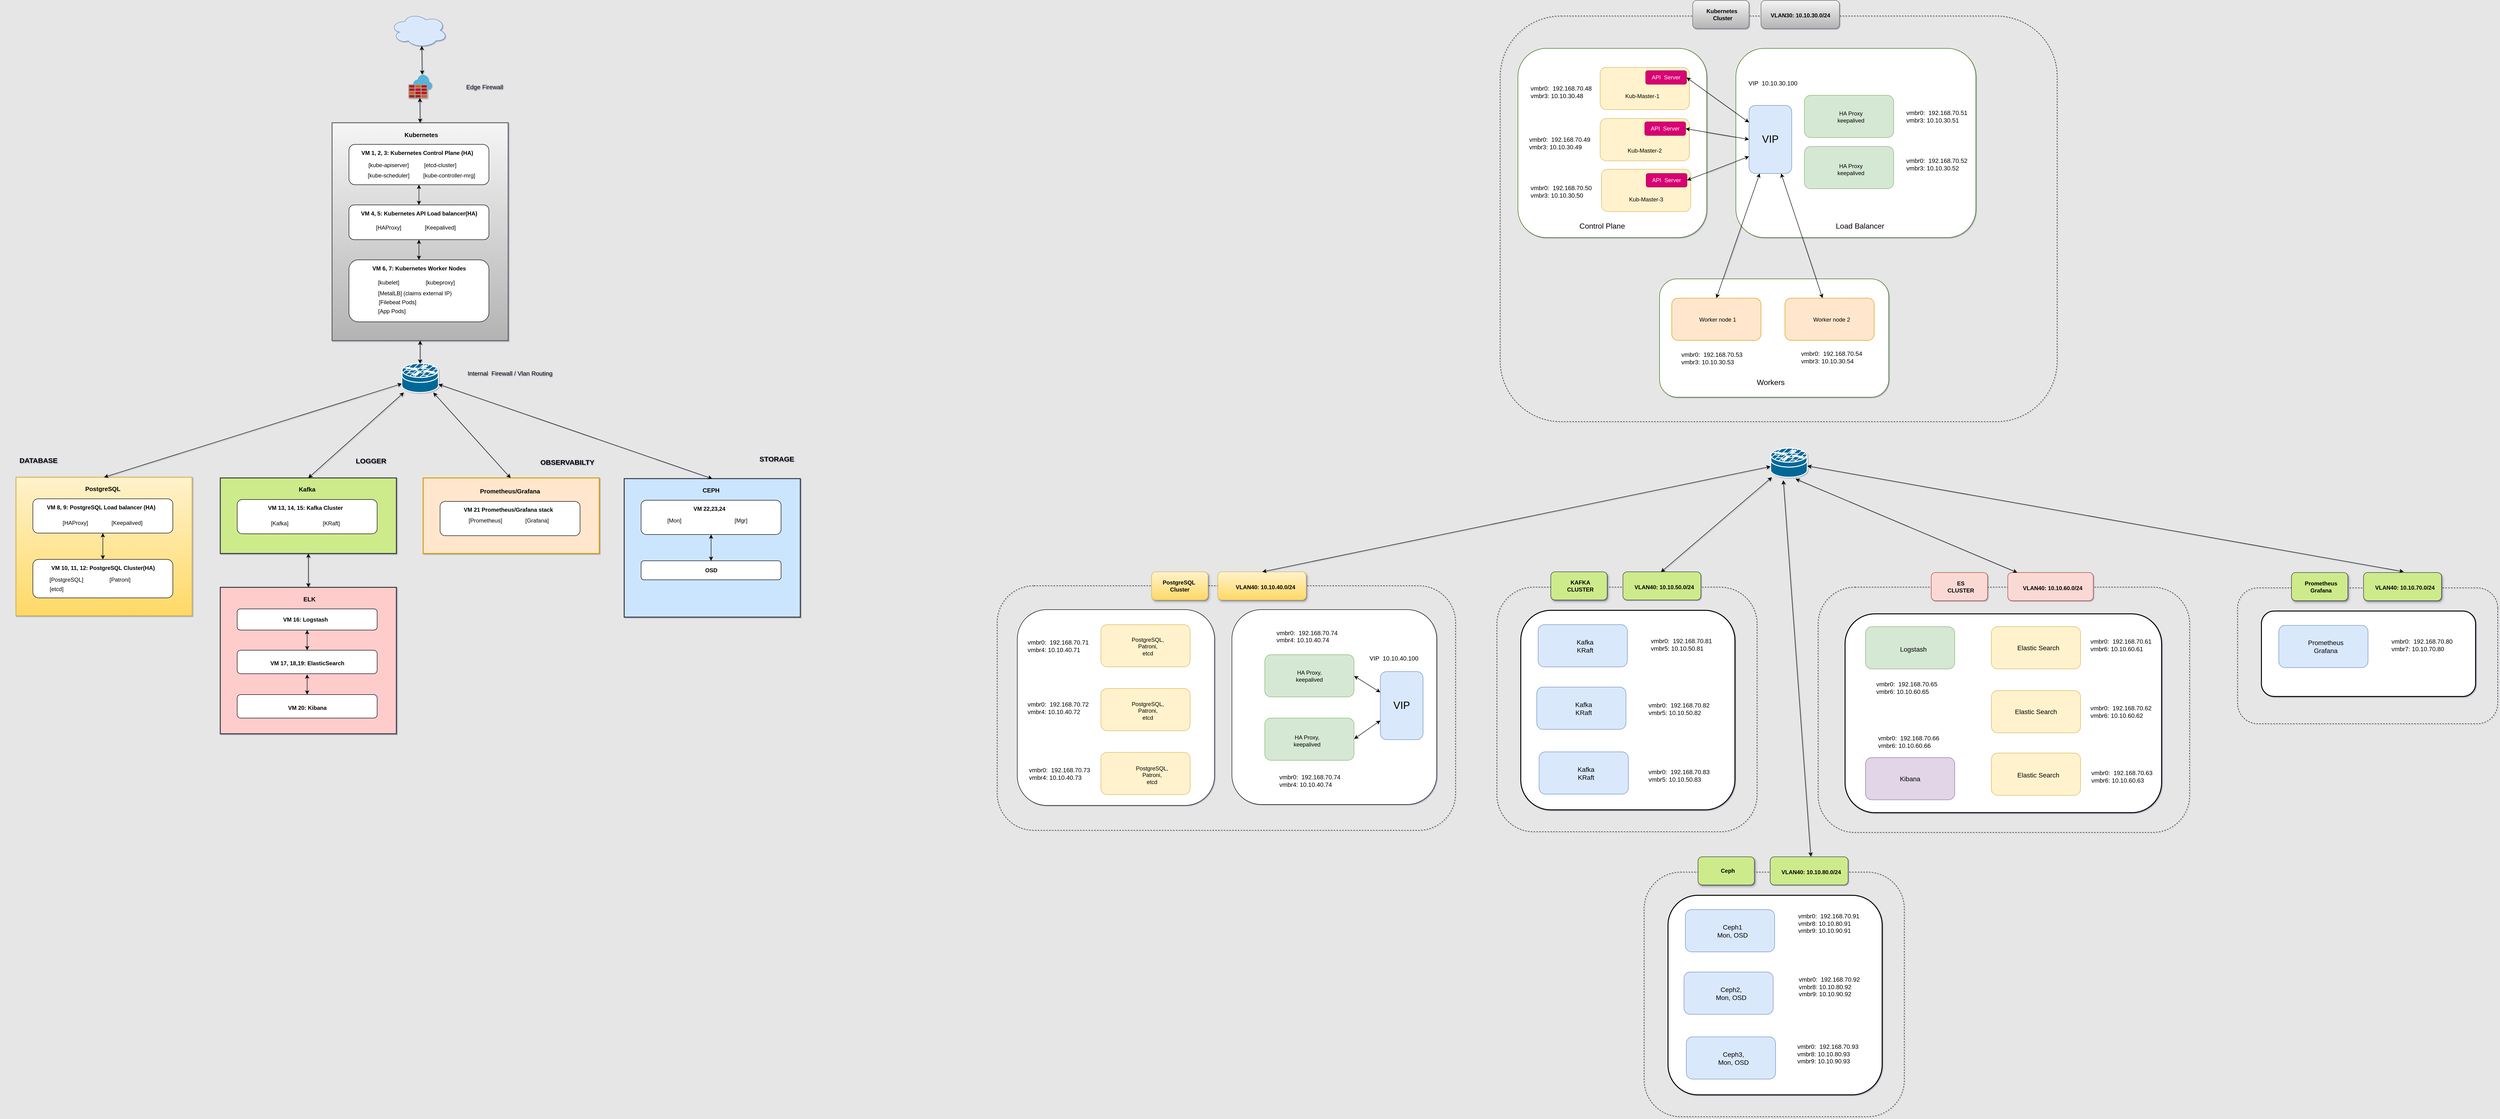
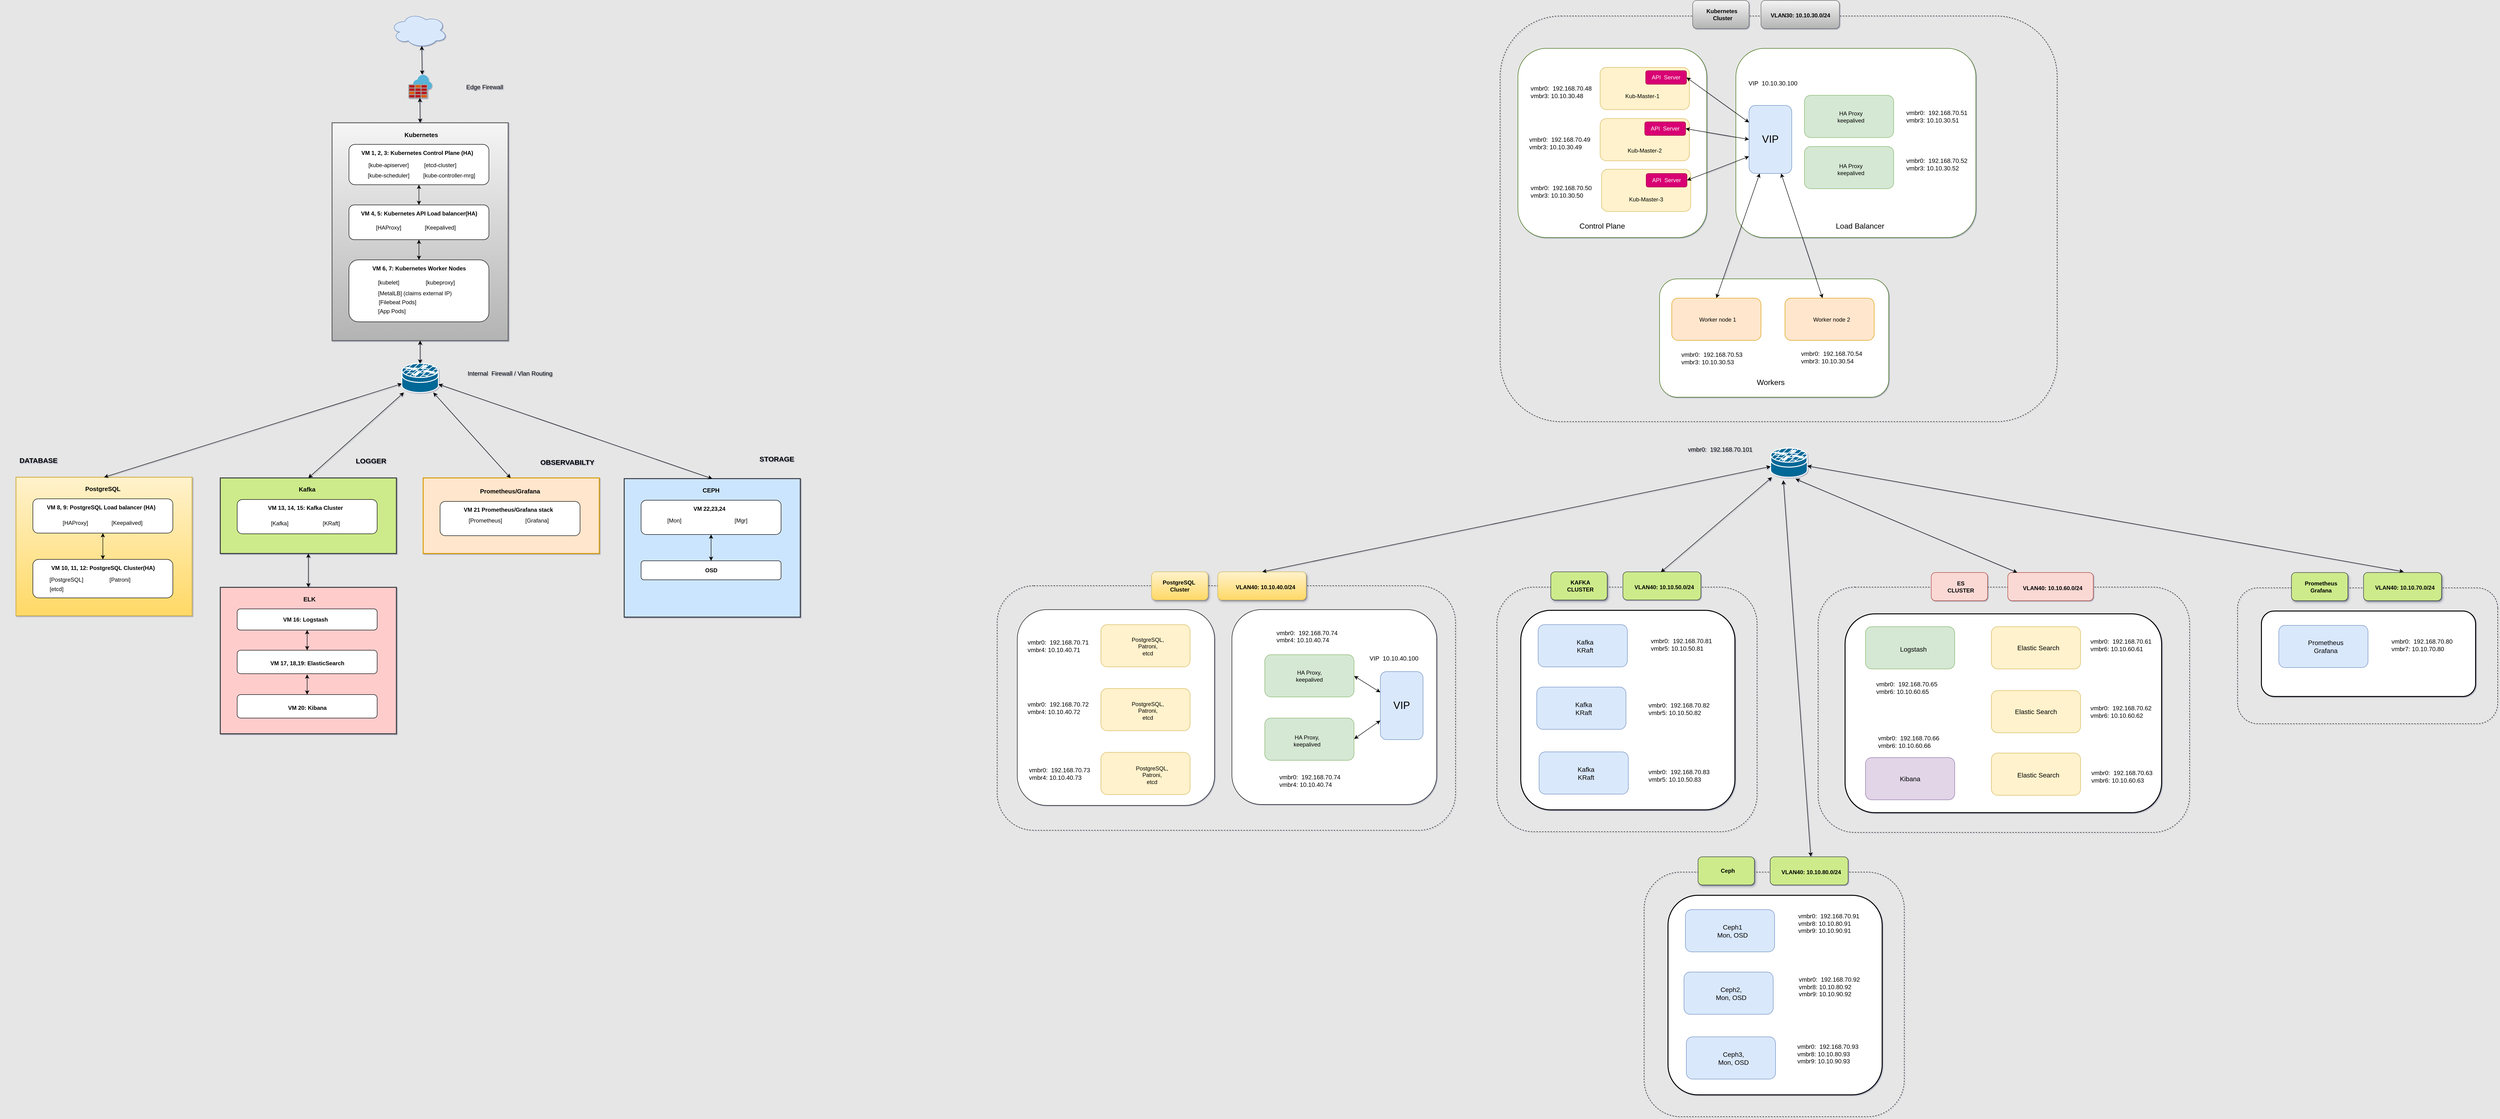
<mxfile host="app.diagrams.net">
  <diagram name="Page-1" id="A5w-lTScNQMh_YW98whM">
-     <mxGraphModel dx="2020" dy="1507" grid="0" gridSize="10" guides="1" tooltips="1" connect="0" arrows="1" fold="1" page="0" pageScale="1" pageWidth="2339" pageHeight="3300" background="#E6E6E6" math="0" shadow="1">
+     <mxGraphModel dx="4040" dy="2614" grid="0" gridSize="10" guides="1" tooltips="1" connect="0" arrows="1" fold="1" page="0" pageScale="1" pageWidth="2339" pageHeight="3300" background="#E6E6E6" math="0" shadow="1">
      <root>
        <mxCell id="0" />
        <mxCell id="1" parent="0" />
        <mxCell id="sZ-5xv9_SRq4fJ0hxT3P-18" parent="1" style="rounded=1;whiteSpace=wrap;html=1;fillColor=none;dashed=1;" value="" vertex="1">
          <mxGeometry height="522.5" width="791" x="4220" y="1193.5" as="geometry" />
        </mxCell>
        <mxCell id="sZ-5xv9_SRq4fJ0hxT3P-17" parent="1" style="rounded=1;whiteSpace=wrap;html=1;fillColor=none;dashed=1;direction=south;" value="" vertex="1">
          <mxGeometry height="521" width="554" x="3536" y="1193.5" as="geometry" />
        </mxCell>
        <mxCell id="sZ-5xv9_SRq4fJ0hxT3P-14" parent="1" style="rounded=1;whiteSpace=wrap;html=1;dashed=1;fillColor=none;" value="" vertex="1">
          <mxGeometry height="521" width="976" x="2472" y="1190.5" as="geometry" />
        </mxCell>
        <mxCell id="70EQDND4JwSF7BMMIh-t-479" parent="1" style="rounded=1;whiteSpace=wrap;html=1;fillColor=#cdeb8b;strokeColor=#36393d;shadow=1;" value="" vertex="1">
          <mxGeometry height="60" width="120" x="3651" y="1161" as="geometry" />
        </mxCell>
        <mxCell id="70EQDND4JwSF7BMMIh-t-458" parent="1" style="rounded=1;whiteSpace=wrap;html=1;" value="" vertex="1">
          <mxGeometry height="415" width="436" x="2972" y="1241.5" as="geometry" />
        </mxCell>
        <mxCell id="70EQDND4JwSF7BMMIh-t-457" parent="1" style="rounded=1;whiteSpace=wrap;html=1;" value="" vertex="1">
          <mxGeometry height="417" width="420" x="2515" y="1241.5" as="geometry" />
        </mxCell>
        <mxCell id="70EQDND4JwSF7BMMIh-t-31" parent="1" style="rounded=0;whiteSpace=wrap;html=1;strokeWidth=2;fillColor=#f5f5f5;strokeColor=#666666;gradientColor=#b3b3b3;" value="" vertex="1">
          <mxGeometry height="464" width="375" x="1056" y="204.5" as="geometry" />
        </mxCell>
        <mxCell id="70EQDND4JwSF7BMMIh-t-10" parent="1" style="rounded=1;whiteSpace=wrap;html=1;" value="" vertex="1">
          <mxGeometry height="86" width="298" x="1092" y="250.5" as="geometry" />
        </mxCell>
        <mxCell id="70EQDND4JwSF7BMMIh-t-3" parent="1" style="text;html=1;whiteSpace=wrap;strokeColor=none;fillColor=none;align=center;verticalAlign=middle;rounded=0;" value="&lt;b&gt;VM 1, 2, 3: Kubernetes Control Plane (HA)&lt;/b&gt;" vertex="1">
          <mxGeometry height="30" width="254.5" x="1110" y="253.5" as="geometry" />
        </mxCell>
        <mxCell id="70EQDND4JwSF7BMMIh-t-6" parent="1" style="text;html=1;whiteSpace=wrap;strokeColor=none;fillColor=none;align=center;verticalAlign=middle;rounded=0;" value="[kube-apiserver]" vertex="1">
          <mxGeometry height="30" width="119" x="1117" y="279.5" as="geometry" />
        </mxCell>
        <mxCell id="70EQDND4JwSF7BMMIh-t-7" parent="1" style="text;html=1;whiteSpace=wrap;strokeColor=none;fillColor=none;align=center;verticalAlign=middle;rounded=0;" value="[etcd-cluster]" vertex="1">
          <mxGeometry height="30" width="119" x="1227" y="279.5" as="geometry" />
        </mxCell>
        <mxCell id="70EQDND4JwSF7BMMIh-t-8" parent="1" style="text;html=1;whiteSpace=wrap;strokeColor=none;fillColor=none;align=center;verticalAlign=middle;rounded=0;" value="[kube-scheduler]" vertex="1">
          <mxGeometry height="30" width="119" x="1117" y="301.5" as="geometry" />
        </mxCell>
        <mxCell id="70EQDND4JwSF7BMMIh-t-9" parent="1" style="text;html=1;whiteSpace=wrap;strokeColor=none;fillColor=none;align=center;verticalAlign=middle;rounded=0;" value="[kube-controller-mrg]" vertex="1">
          <mxGeometry height="30" width="119" x="1245.5" y="301.5" as="geometry" />
        </mxCell>
        <mxCell id="70EQDND4JwSF7BMMIh-t-12" parent="1" style="rounded=1;whiteSpace=wrap;html=1;" value="" vertex="1">
          <mxGeometry height="74" width="298" x="1092" y="379.5" as="geometry" />
        </mxCell>
        <mxCell id="70EQDND4JwSF7BMMIh-t-13" parent="1" style="text;html=1;whiteSpace=wrap;strokeColor=none;fillColor=none;align=center;verticalAlign=middle;rounded=0;" value="&lt;b&gt;VM 4, 5: Kubernetes API Load balancer(HA)&lt;/b&gt;" vertex="1">
          <mxGeometry height="30" width="254.5" x="1113.75" y="382.5" as="geometry" />
        </mxCell>
        <mxCell id="70EQDND4JwSF7BMMIh-t-14" parent="1" style="text;html=1;whiteSpace=wrap;strokeColor=none;fillColor=none;align=center;verticalAlign=middle;rounded=0;" value="[HAProxy]" vertex="1">
          <mxGeometry height="30" width="119" x="1117" y="412.5" as="geometry" />
        </mxCell>
        <mxCell id="70EQDND4JwSF7BMMIh-t-15" parent="1" style="text;html=1;whiteSpace=wrap;strokeColor=none;fillColor=none;align=center;verticalAlign=middle;rounded=0;" value="[Keepalived]" vertex="1">
          <mxGeometry height="30" width="119" x="1227" y="412.5" as="geometry" />
        </mxCell>
        <mxCell id="70EQDND4JwSF7BMMIh-t-19" edge="1" parent="1" source="70EQDND4JwSF7BMMIh-t-12" style="endArrow=classic;startArrow=classic;html=1;rounded=0;entryX=0.5;entryY=1;entryDx=0;entryDy=0;exitX=0.5;exitY=0;exitDx=0;exitDy=0;" target="70EQDND4JwSF7BMMIh-t-10" value="">
          <mxGeometry height="50" relative="1" width="50" as="geometry">
            <mxPoint x="1497" y="435.5" as="sourcePoint" />
            <mxPoint x="1243" y="350.5" as="targetPoint" />
          </mxGeometry>
        </mxCell>
        <mxCell id="70EQDND4JwSF7BMMIh-t-20" parent="1" style="rounded=1;whiteSpace=wrap;html=1;" value="" vertex="1">
          <mxGeometry height="132" width="298" x="1092" y="496.5" as="geometry" />
        </mxCell>
        <mxCell id="70EQDND4JwSF7BMMIh-t-21" parent="1" style="text;html=1;whiteSpace=wrap;strokeColor=none;fillColor=none;align=center;verticalAlign=middle;rounded=0;" value="&lt;b&gt;VM 6, 7: Kubernetes Worker Nodes&lt;/b&gt;" vertex="1">
          <mxGeometry height="30" width="254.5" x="1113.75" y="499.5" as="geometry" />
        </mxCell>
        <mxCell id="70EQDND4JwSF7BMMIh-t-22" parent="1" style="text;html=1;whiteSpace=wrap;strokeColor=none;fillColor=none;align=center;verticalAlign=middle;rounded=0;" value="[kubelet]" vertex="1">
          <mxGeometry height="30" width="119" x="1117" y="529.5" as="geometry" />
        </mxCell>
        <mxCell id="70EQDND4JwSF7BMMIh-t-23" parent="1" style="text;html=1;whiteSpace=wrap;strokeColor=none;fillColor=none;align=center;verticalAlign=middle;rounded=0;" value="[kubeproxy]" vertex="1">
          <mxGeometry height="30" width="119" x="1227" y="529.5" as="geometry" />
        </mxCell>
        <mxCell id="70EQDND4JwSF7BMMIh-t-24" edge="1" parent="1" source="70EQDND4JwSF7BMMIh-t-20" style="endArrow=classic;startArrow=classic;html=1;rounded=0;entryX=0.5;entryY=1;entryDx=0;entryDy=0;exitX=0.5;exitY=0;exitDx=0;exitDy=0;" value="">
          <mxGeometry height="50" relative="1" width="50" as="geometry">
            <mxPoint x="1497" y="552.5" as="sourcePoint" />
            <mxPoint x="1241" y="453.5" as="targetPoint" />
          </mxGeometry>
        </mxCell>
        <mxCell id="70EQDND4JwSF7BMMIh-t-25" parent="1" style="text;html=1;whiteSpace=wrap;strokeColor=none;fillColor=none;align=center;verticalAlign=middle;rounded=0;" value="[MetalLB] (claims external IP)" vertex="1">
          <mxGeometry height="30" width="231" x="1117" y="552.5" as="geometry" />
        </mxCell>
        <mxCell id="70EQDND4JwSF7BMMIh-t-26" parent="1" style="text;html=1;whiteSpace=wrap;strokeColor=none;fillColor=none;align=center;verticalAlign=middle;rounded=0;" value="[Filebeat Pods]" vertex="1">
          <mxGeometry height="30" width="119" x="1136" y="571.5" as="geometry" />
        </mxCell>
        <mxCell id="70EQDND4JwSF7BMMIh-t-27" parent="1" style="text;html=1;whiteSpace=wrap;strokeColor=none;fillColor=none;align=center;verticalAlign=middle;rounded=0;" value="[App Pods]" vertex="1">
          <mxGeometry height="30" width="119" x="1124" y="590.5" as="geometry" />
        </mxCell>
        <mxCell id="70EQDND4JwSF7BMMIh-t-32" parent="1" style="image;sketch=0;aspect=fixed;html=1;points=[];align=center;fontSize=12;image=img/lib/mscae/Azure_Firewall.svg;" value="" vertex="1">
          <mxGeometry height="50" width="50" x="1218.5" y="102.5" as="geometry" />
        </mxCell>
        <mxCell id="70EQDND4JwSF7BMMIh-t-33" parent="1" style="text;html=1;whiteSpace=wrap;strokeColor=none;fillColor=none;align=center;verticalAlign=middle;rounded=0;" value="&lt;font style=&quot;font-size: 13px;&quot;&gt;Edge Firewall&lt;/font&gt;" vertex="1">
          <mxGeometry height="30" width="122" x="1320" y="112.5" as="geometry" />
        </mxCell>
        <mxCell id="70EQDND4JwSF7BMMIh-t-35" edge="1" parent="1" source="70EQDND4JwSF7BMMIh-t-32" style="endArrow=classic;startArrow=classic;html=1;rounded=0;entryX=0.5;entryY=0;entryDx=0;entryDy=0;exitX=0.49;exitY=0.98;exitDx=0;exitDy=0;exitPerimeter=0;" target="70EQDND4JwSF7BMMIh-t-31" value="">
          <mxGeometry height="50" relative="1" width="50" as="geometry">
            <mxPoint x="1461" y="356.5" as="sourcePoint" />
            <mxPoint x="1527" y="231.5" as="targetPoint" />
          </mxGeometry>
        </mxCell>
        <mxCell id="70EQDND4JwSF7BMMIh-t-37" parent="1" style="ellipse;shape=cloud;whiteSpace=wrap;html=1;fillColor=#dae8fc;strokeColor=#6c8ebf;" value="" vertex="1">
          <mxGeometry height="74" width="121" x="1180.5" y="-29.5" as="geometry" />
        </mxCell>
        <mxCell id="70EQDND4JwSF7BMMIh-t-38" edge="1" parent="1" source="70EQDND4JwSF7BMMIh-t-32" style="endArrow=classic;startArrow=classic;html=1;rounded=0;entryX=0.55;entryY=0.95;entryDx=0;entryDy=0;entryPerimeter=0;exitX=0.587;exitY=-0.013;exitDx=0;exitDy=0;exitPerimeter=0;" target="70EQDND4JwSF7BMMIh-t-37" value="">
          <mxGeometry height="50" relative="1" width="50" as="geometry">
            <mxPoint x="1355" y="189.5" as="sourcePoint" />
            <mxPoint x="1405" y="139.5" as="targetPoint" />
          </mxGeometry>
        </mxCell>
        <mxCell id="70EQDND4JwSF7BMMIh-t-39" parent="1" style="strokeColor=#ffffff;sketch=0;html=1;pointerEvents=1;dashed=0;fillColor=#036897;strokeWidth=2;verticalLabelPosition=bottom;verticalAlign=top;align=center;outlineConnect=0;shape=mxgraph.cisco.security.router_firewall;" value="" vertex="1">
          <mxGeometry height="62" width="78" x="1204.5" y="717" as="geometry" />
        </mxCell>
        <mxCell id="70EQDND4JwSF7BMMIh-t-40" parent="1" style="text;html=1;whiteSpace=wrap;strokeColor=none;fillColor=none;align=center;verticalAlign=middle;rounded=0;" value="&lt;font style=&quot;font-size: 13px;&quot;&gt;Internal&amp;nbsp; Firewall / Vlan Routing&lt;/font&gt;" vertex="1">
          <mxGeometry height="30" width="206" x="1332" y="723" as="geometry" />
        </mxCell>
        <mxCell id="70EQDND4JwSF7BMMIh-t-42" edge="1" parent="1" style="endArrow=classic;startArrow=classic;html=1;rounded=0;exitX=0.5;exitY=0;exitDx=0;exitDy=0;exitPerimeter=0;entryX=0.5;entryY=1;entryDx=0;entryDy=0;" target="70EQDND4JwSF7BMMIh-t-31" value="">
          <mxGeometry height="50" relative="1" width="50" as="geometry">
            <mxPoint x="1243.5" y="717.5" as="sourcePoint" />
            <mxPoint x="1270" y="534.5" as="targetPoint" />
          </mxGeometry>
        </mxCell>
        <mxCell id="70EQDND4JwSF7BMMIh-t-43" parent="1" style="rounded=0;whiteSpace=wrap;html=1;strokeWidth=2;fillColor=#fff2cc;strokeColor=#d6b656;gradientColor=#ffd966;" value="" vertex="1">
          <mxGeometry height="295" width="375" x="383" y="959.5" as="geometry" />
        </mxCell>
        <mxCell id="70EQDND4JwSF7BMMIh-t-44" parent="1" style="rounded=1;whiteSpace=wrap;html=1;" value="" vertex="1">
          <mxGeometry height="73" width="298" x="419" y="1005.5" as="geometry" />
        </mxCell>
        <mxCell id="70EQDND4JwSF7BMMIh-t-45" parent="1" style="text;html=1;whiteSpace=wrap;strokeColor=none;fillColor=none;align=center;verticalAlign=middle;rounded=0;" value="&lt;b&gt;VM 8, 9: PostgreSQL Load balancer (HA)&lt;/b&gt;" vertex="1">
          <mxGeometry height="30" width="254.5" x="437" y="1008.5" as="geometry" />
        </mxCell>
        <mxCell id="70EQDND4JwSF7BMMIh-t-50" parent="1" style="rounded=1;whiteSpace=wrap;html=1;" value="" vertex="1">
          <mxGeometry height="82" width="298" x="419" y="1134.5" as="geometry" />
        </mxCell>
        <mxCell id="70EQDND4JwSF7BMMIh-t-51" parent="1" style="text;html=1;whiteSpace=wrap;strokeColor=none;fillColor=none;align=center;verticalAlign=middle;rounded=0;" value="&lt;b&gt;VM 10, 11, 12: PostgreSQL Cluster(HA)&lt;/b&gt;" vertex="1">
          <mxGeometry height="30" width="254.5" x="440.75" y="1137.5" as="geometry" />
        </mxCell>
        <mxCell id="70EQDND4JwSF7BMMIh-t-52" parent="1" style="text;html=1;whiteSpace=wrap;strokeColor=none;fillColor=none;align=center;verticalAlign=middle;rounded=0;" value="[HAProxy]" vertex="1">
          <mxGeometry height="30" width="119" x="449.75" y="1041.5" as="geometry" />
        </mxCell>
        <mxCell id="70EQDND4JwSF7BMMIh-t-53" parent="1" style="text;html=1;whiteSpace=wrap;strokeColor=none;fillColor=none;align=center;verticalAlign=middle;rounded=0;" value="[Keepalived]" vertex="1">
          <mxGeometry height="30" width="119" x="559.75" y="1041.5" as="geometry" />
        </mxCell>
        <mxCell id="70EQDND4JwSF7BMMIh-t-54" edge="1" parent="1" source="70EQDND4JwSF7BMMIh-t-50" style="endArrow=classic;startArrow=classic;html=1;rounded=0;entryX=0.5;entryY=1;entryDx=0;entryDy=0;exitX=0.5;exitY=0;exitDx=0;exitDy=0;" target="70EQDND4JwSF7BMMIh-t-44" value="">
          <mxGeometry height="50" relative="1" width="50" as="geometry">
            <mxPoint x="824" y="1190.5" as="sourcePoint" />
            <mxPoint x="570" y="1105.5" as="targetPoint" />
          </mxGeometry>
        </mxCell>
        <mxCell id="70EQDND4JwSF7BMMIh-t-63" parent="1" style="text;html=1;whiteSpace=wrap;strokeColor=none;fillColor=none;align=center;verticalAlign=middle;rounded=0;" value="&lt;font style=&quot;font-size: 13px;&quot;&gt;&lt;b&gt;Kubernetes&lt;/b&gt;&lt;/font&gt;" vertex="1">
          <mxGeometry height="30" width="60" x="1216" y="214.5" as="geometry" />
        </mxCell>
        <mxCell id="70EQDND4JwSF7BMMIh-t-64" parent="1" style="text;html=1;whiteSpace=wrap;strokeColor=none;fillColor=none;align=center;verticalAlign=middle;rounded=0;" value="&lt;font style=&quot;font-size: 13px;&quot;&gt;&lt;b&gt;PostgreSQL&lt;/b&gt;&lt;/font&gt;" vertex="1">
          <mxGeometry height="30" width="60" x="538" y="968.5" as="geometry" />
        </mxCell>
        <mxCell id="70EQDND4JwSF7BMMIh-t-65" parent="1" style="text;html=1;whiteSpace=wrap;strokeColor=none;fillColor=none;align=center;verticalAlign=middle;rounded=0;" value="[PostgreSQL]" vertex="1">
          <mxGeometry height="30" width="119" x="431" y="1162.5" as="geometry" />
        </mxCell>
        <mxCell id="70EQDND4JwSF7BMMIh-t-66" parent="1" style="text;html=1;whiteSpace=wrap;strokeColor=none;fillColor=none;align=center;verticalAlign=middle;rounded=0;" value="[Patroni]" vertex="1">
          <mxGeometry height="30" width="119" x="545" y="1162.5" as="geometry" />
        </mxCell>
        <mxCell id="70EQDND4JwSF7BMMIh-t-67" parent="1" style="text;html=1;whiteSpace=wrap;strokeColor=none;fillColor=none;align=center;verticalAlign=middle;rounded=0;" value="[etcd]" vertex="1">
          <mxGeometry height="30" width="119" x="410" y="1182.5" as="geometry" />
        </mxCell>
        <mxCell id="70EQDND4JwSF7BMMIh-t-69" parent="1" style="rounded=0;whiteSpace=wrap;html=1;strokeWidth=2;fillColor=#ffcccc;strokeColor=#36393d;" value="" vertex="1">
          <mxGeometry height="312" width="375" x="818" y="1194" as="geometry" />
        </mxCell>
        <mxCell id="70EQDND4JwSF7BMMIh-t-70" parent="1" style="rounded=1;whiteSpace=wrap;html=1;" value="" vertex="1">
          <mxGeometry height="45" width="298" x="854" y="1240" as="geometry" />
        </mxCell>
        <mxCell id="70EQDND4JwSF7BMMIh-t-71" parent="1" style="text;html=1;whiteSpace=wrap;strokeColor=none;fillColor=none;align=center;verticalAlign=middle;rounded=0;" value="&lt;b&gt;VM 16: Logstash&lt;/b&gt;" vertex="1">
          <mxGeometry height="30" width="254.5" x="872" y="1247.5" as="geometry" />
        </mxCell>
        <mxCell id="70EQDND4JwSF7BMMIh-t-76" parent="1" style="rounded=1;whiteSpace=wrap;html=1;" value="" vertex="1">
          <mxGeometry height="50" width="298" x="854" y="1328" as="geometry" />
        </mxCell>
        <mxCell id="70EQDND4JwSF7BMMIh-t-77" parent="1" style="text;html=1;whiteSpace=wrap;strokeColor=none;fillColor=none;align=center;verticalAlign=middle;rounded=0;" value="&lt;b&gt;VM 17, 18,19: ElasticSearch&lt;/b&gt;" vertex="1">
          <mxGeometry height="30" width="254.5" x="875.75" y="1341" as="geometry" />
        </mxCell>
        <mxCell id="70EQDND4JwSF7BMMIh-t-80" edge="1" parent="1" source="70EQDND4JwSF7BMMIh-t-76" style="endArrow=classic;startArrow=classic;html=1;rounded=0;entryX=0.5;entryY=1;entryDx=0;entryDy=0;exitX=0.5;exitY=0;exitDx=0;exitDy=0;" target="70EQDND4JwSF7BMMIh-t-70" value="">
          <mxGeometry height="50" relative="1" width="50" as="geometry">
            <mxPoint x="1259" y="1425" as="sourcePoint" />
            <mxPoint x="1005" y="1340" as="targetPoint" />
          </mxGeometry>
        </mxCell>
        <mxCell id="70EQDND4JwSF7BMMIh-t-91" parent="1" style="text;html=1;whiteSpace=wrap;strokeColor=none;fillColor=none;align=center;verticalAlign=middle;rounded=0;" value="&lt;font style=&quot;font-size: 13px;&quot;&gt;&lt;b&gt;ELK&lt;/b&gt;&lt;/font&gt;" vertex="1">
          <mxGeometry height="30" width="60" x="978" y="1204" as="geometry" />
        </mxCell>
        <mxCell id="70EQDND4JwSF7BMMIh-t-92" edge="1" parent="1" source="70EQDND4JwSF7BMMIh-t-43" style="endArrow=classic;startArrow=classic;html=1;rounded=0;exitX=0.5;exitY=0;exitDx=0;exitDy=0;" target="70EQDND4JwSF7BMMIh-t-39" value="">
          <mxGeometry height="50" relative="1" width="50" as="geometry">
            <mxPoint x="1188" y="1074" as="sourcePoint" />
            <mxPoint x="1238" y="1024" as="targetPoint" />
          </mxGeometry>
        </mxCell>
        <mxCell id="70EQDND4JwSF7BMMIh-t-93" parent="1" style="rounded=0;whiteSpace=wrap;html=1;strokeWidth=2;fillColor=#cdeb8b;strokeColor=#36393d;" value="" vertex="1">
          <mxGeometry height="161" width="375" x="818" y="961" as="geometry" />
        </mxCell>
        <mxCell id="70EQDND4JwSF7BMMIh-t-94" parent="1" style="rounded=1;whiteSpace=wrap;html=1;" value="" vertex="1">
          <mxGeometry height="73" width="298" x="854" y="1007" as="geometry" />
        </mxCell>
        <mxCell id="70EQDND4JwSF7BMMIh-t-95" parent="1" style="text;html=1;whiteSpace=wrap;strokeColor=none;fillColor=none;align=center;verticalAlign=middle;rounded=0;" value="&lt;b&gt;VM 13, 14, 15: Kafka Cluster&lt;/b&gt;" vertex="1">
          <mxGeometry height="30" width="254.5" x="872" y="1010" as="geometry" />
        </mxCell>
        <mxCell id="70EQDND4JwSF7BMMIh-t-98" parent="1" style="text;html=1;whiteSpace=wrap;strokeColor=none;fillColor=none;align=center;verticalAlign=middle;rounded=0;" value="[Kafka]" vertex="1">
          <mxGeometry height="30" width="119" x="884.75" y="1043" as="geometry" />
        </mxCell>
        <mxCell id="70EQDND4JwSF7BMMIh-t-99" parent="1" style="text;html=1;whiteSpace=wrap;strokeColor=none;fillColor=none;align=center;verticalAlign=middle;rounded=0;" value="[KRaft]" vertex="1">
          <mxGeometry height="30" width="119" x="994.75" y="1043" as="geometry" />
        </mxCell>
        <mxCell id="70EQDND4JwSF7BMMIh-t-101" parent="1" style="text;html=1;whiteSpace=wrap;strokeColor=none;fillColor=none;align=center;verticalAlign=middle;rounded=0;" value="&lt;font style=&quot;font-size: 13px;&quot;&gt;&lt;b&gt;Kafka&lt;/b&gt;&lt;/font&gt;" vertex="1">
          <mxGeometry height="30" width="60" x="973" y="970" as="geometry" />
        </mxCell>
        <mxCell id="70EQDND4JwSF7BMMIh-t-105" edge="1" parent="1" source="70EQDND4JwSF7BMMIh-t-93" style="endArrow=classic;startArrow=classic;html=1;rounded=0;exitX=0.5;exitY=0;exitDx=0;exitDy=0;" target="70EQDND4JwSF7BMMIh-t-39" value="">
          <mxGeometry height="50" relative="1" width="50" as="geometry">
            <mxPoint x="1272" y="1229" as="sourcePoint" />
            <mxPoint x="1322" y="1179" as="targetPoint" />
          </mxGeometry>
        </mxCell>
        <mxCell id="70EQDND4JwSF7BMMIh-t-106" parent="1" style="rounded=1;whiteSpace=wrap;html=1;" value="" vertex="1">
          <mxGeometry height="50" width="298" x="854" y="1422.5" as="geometry" />
        </mxCell>
        <mxCell id="70EQDND4JwSF7BMMIh-t-107" parent="1" style="text;html=1;whiteSpace=wrap;strokeColor=none;fillColor=none;align=center;verticalAlign=middle;rounded=0;" value="&lt;b&gt;VM 20: Kibana&lt;/b&gt;" vertex="1">
          <mxGeometry height="30" width="254.5" x="875.75" y="1435.5" as="geometry" />
        </mxCell>
        <mxCell id="70EQDND4JwSF7BMMIh-t-108" edge="1" parent="1" source="70EQDND4JwSF7BMMIh-t-106" style="endArrow=classic;startArrow=classic;html=1;rounded=0;entryX=0.5;entryY=1;entryDx=0;entryDy=0;exitX=0.5;exitY=0;exitDx=0;exitDy=0;" value="">
          <mxGeometry height="50" relative="1" width="50" as="geometry">
            <mxPoint x="1259" y="1519.5" as="sourcePoint" />
            <mxPoint x="1003" y="1379.5" as="targetPoint" />
          </mxGeometry>
        </mxCell>
        <mxCell id="70EQDND4JwSF7BMMIh-t-109" edge="1" parent="1" source="70EQDND4JwSF7BMMIh-t-69" style="endArrow=classic;startArrow=classic;html=1;rounded=0;entryX=0.5;entryY=1;entryDx=0;entryDy=0;exitX=0.5;exitY=0;exitDx=0;exitDy=0;" target="70EQDND4JwSF7BMMIh-t-93" value="">
          <mxGeometry height="50" relative="1" width="50" as="geometry">
            <mxPoint x="1148" y="1344" as="sourcePoint" />
            <mxPoint x="1198" y="1294" as="targetPoint" />
          </mxGeometry>
        </mxCell>
        <mxCell id="70EQDND4JwSF7BMMIh-t-110" parent="1" style="rounded=0;whiteSpace=wrap;html=1;strokeWidth=2;fillColor=#cce5ff;strokeColor=#36393d;" value="" vertex="1">
          <mxGeometry height="295" width="375" x="1678" y="962.5" as="geometry" />
        </mxCell>
        <mxCell id="70EQDND4JwSF7BMMIh-t-111" parent="1" style="rounded=1;whiteSpace=wrap;html=1;" value="" vertex="1">
          <mxGeometry height="73" width="298" x="1714" y="1008.5" as="geometry" />
        </mxCell>
        <mxCell id="70EQDND4JwSF7BMMIh-t-112" parent="1" style="text;html=1;whiteSpace=wrap;strokeColor=none;fillColor=none;align=center;verticalAlign=middle;rounded=0;" value="&lt;b&gt;VM 22,23,24&lt;/b&gt;" vertex="1">
          <mxGeometry height="30" width="254.5" x="1732" y="1011.5" as="geometry" />
        </mxCell>
        <mxCell id="70EQDND4JwSF7BMMIh-t-113" parent="1" style="rounded=1;whiteSpace=wrap;html=1;" value="" vertex="1">
          <mxGeometry height="40.5" width="298" x="1714" y="1137.5" as="geometry" />
        </mxCell>
        <mxCell id="70EQDND4JwSF7BMMIh-t-114" parent="1" style="text;html=1;whiteSpace=wrap;strokeColor=none;fillColor=none;align=center;verticalAlign=middle;rounded=0;" value="&lt;b&gt;OSD&lt;/b&gt;" vertex="1">
          <mxGeometry height="30" width="254.5" x="1735.75" y="1142.75" as="geometry" />
        </mxCell>
        <mxCell id="70EQDND4JwSF7BMMIh-t-117" edge="1" parent="1" source="70EQDND4JwSF7BMMIh-t-113" style="endArrow=classic;startArrow=classic;html=1;rounded=0;entryX=0.5;entryY=1;entryDx=0;entryDy=0;exitX=0.5;exitY=0;exitDx=0;exitDy=0;" target="70EQDND4JwSF7BMMIh-t-111" value="">
          <mxGeometry height="50" relative="1" width="50" as="geometry">
            <mxPoint x="2119" y="1193.5" as="sourcePoint" />
            <mxPoint x="1865" y="1108.5" as="targetPoint" />
          </mxGeometry>
        </mxCell>
        <mxCell id="70EQDND4JwSF7BMMIh-t-118" parent="1" style="text;html=1;whiteSpace=wrap;strokeColor=none;fillColor=none;align=center;verticalAlign=middle;rounded=0;" value="&lt;font style=&quot;font-size: 13px;&quot;&gt;&lt;b&gt;CEPH&lt;/b&gt;&lt;/font&gt;" vertex="1">
          <mxGeometry height="30" width="60" x="1833" y="971.5" as="geometry" />
        </mxCell>
        <mxCell id="70EQDND4JwSF7BMMIh-t-122" edge="1" parent="1" source="70EQDND4JwSF7BMMIh-t-110" style="endArrow=classic;startArrow=classic;html=1;rounded=0;exitX=0.5;exitY=0;exitDx=0;exitDy=0;" target="70EQDND4JwSF7BMMIh-t-39" value="">
          <mxGeometry height="50" relative="1" width="50" as="geometry">
            <mxPoint x="1197" y="1163" as="sourcePoint" />
            <mxPoint x="1247" y="1113" as="targetPoint" />
          </mxGeometry>
        </mxCell>
        <mxCell id="70EQDND4JwSF7BMMIh-t-263" parent="1" style="rounded=1;whiteSpace=wrap;html=1;fillColor=#d5e8d4;strokeColor=#82b366;" value="" vertex="1">
          <mxGeometry height="90" width="190" x="3042" y="1337.5" as="geometry" />
        </mxCell>
        <mxCell id="70EQDND4JwSF7BMMIh-t-264" parent="1" style="rounded=1;whiteSpace=wrap;html=1;fillColor=#fff2cc;strokeColor=#d6b656;" value="" vertex="1">
          <mxGeometry height="90" width="190" x="2693" y="1273.5" as="geometry" />
        </mxCell>
        <mxCell id="70EQDND4JwSF7BMMIh-t-265" parent="1" style="text;html=1;whiteSpace=wrap;strokeColor=none;fillColor=none;align=center;verticalAlign=middle;rounded=0;" value="HA Proxy,&lt;div&gt;keepalived&lt;/div&gt;" vertex="1">
          <mxGeometry height="30" width="110" x="3082" y="1367.5" as="geometry" />
        </mxCell>
        <mxCell id="70EQDND4JwSF7BMMIh-t-266" parent="1" style="text;html=1;whiteSpace=wrap;strokeColor=none;fillColor=none;align=center;verticalAlign=middle;rounded=0;" value="PostgreSQL,&lt;div&gt;Patroni,&lt;/div&gt;&lt;div&gt;etcd&lt;br&gt;&lt;div&gt;&lt;br&gt;&lt;/div&gt;&lt;/div&gt;" vertex="1">
          <mxGeometry height="30" width="140" x="2723" y="1311.5" as="geometry" />
        </mxCell>
        <mxCell id="70EQDND4JwSF7BMMIh-t-267" parent="1" style="rounded=1;whiteSpace=wrap;html=1;fillColor=#fff2cc;strokeColor=#d6b656;" value="" vertex="1">
          <mxGeometry height="90" width="190" x="2693" y="1409.5" as="geometry" />
        </mxCell>
        <mxCell id="70EQDND4JwSF7BMMIh-t-268" parent="1" style="rounded=1;whiteSpace=wrap;html=1;fillColor=#fff2cc;strokeColor=#d6b656;" value="" vertex="1">
          <mxGeometry height="90" width="190" x="2693" y="1545.5" as="geometry" />
        </mxCell>
        <mxCell id="70EQDND4JwSF7BMMIh-t-273" parent="1" style="rounded=1;whiteSpace=wrap;html=1;fillColor=#d5e8d4;strokeColor=#82b366;" value="" vertex="1">
          <mxGeometry height="90" width="190" x="3042" y="1472.5" as="geometry" />
        </mxCell>
        <mxCell id="70EQDND4JwSF7BMMIh-t-274" parent="1" style="text;html=1;whiteSpace=wrap;strokeColor=none;fillColor=none;align=center;verticalAlign=middle;rounded=0;" value="HA Proxy,&lt;div&gt;keepalived&lt;/div&gt;" vertex="1">
          <mxGeometry height="30" width="110" x="3077" y="1505.5" as="geometry" />
        </mxCell>
        <mxCell id="70EQDND4JwSF7BMMIh-t-277" parent="1" style="text;html=1;whiteSpace=wrap;strokeColor=none;fillColor=none;align=center;verticalAlign=middle;rounded=0;" value="PostgreSQL,&lt;div&gt;Patroni,&lt;/div&gt;&lt;div&gt;etcd&lt;br&gt;&lt;div&gt;&lt;br&gt;&lt;/div&gt;&lt;/div&gt;" vertex="1">
          <mxGeometry height="30" width="140" x="2723" y="1448.5" as="geometry" />
        </mxCell>
        <mxCell id="70EQDND4JwSF7BMMIh-t-278" parent="1" style="text;html=1;whiteSpace=wrap;strokeColor=none;fillColor=none;align=center;verticalAlign=middle;rounded=0;" value="PostgreSQL,&lt;div&gt;Patroni,&lt;/div&gt;&lt;div&gt;etcd&lt;br&gt;&lt;div&gt;&lt;br&gt;&lt;/div&gt;&lt;/div&gt;" vertex="1">
          <mxGeometry height="30" width="140" x="2732" y="1585.5" as="geometry" />
        </mxCell>
        <mxCell id="70EQDND4JwSF7BMMIh-t-285" parent="1" style="text;html=1;whiteSpace=wrap;strokeColor=none;fillColor=none;align=left;verticalAlign=middle;rounded=0;" value="&lt;font style=&quot;font-size: 13px;&quot;&gt;vmbr0:&amp;nbsp; 192.168.70.74&lt;/font&gt;&lt;div&gt;&lt;div&gt;&lt;font style=&quot;font-size: 13px;&quot;&gt;vmbr4: 10.10.40.74&lt;/font&gt;&lt;/div&gt;&lt;div&gt;&lt;br&gt;&lt;/div&gt;&lt;/div&gt;" vertex="1">
          <mxGeometry height="30" width="144" x="3065" y="1290.5" as="geometry" />
        </mxCell>
        <mxCell id="70EQDND4JwSF7BMMIh-t-286" parent="1" style="text;html=1;whiteSpace=wrap;strokeColor=none;fillColor=none;align=left;verticalAlign=middle;rounded=0;" value="&lt;font style=&quot;font-size: 13px;&quot;&gt;vmbr0:&amp;nbsp; 192.168.70.74&lt;/font&gt;&lt;div&gt;&lt;div&gt;&lt;font style=&quot;font-size: 13px;&quot;&gt;vmbr4: 10.10.40.74&lt;/font&gt;&lt;/div&gt;&lt;/div&gt;" vertex="1">
          <mxGeometry height="30" width="144" x="3071" y="1590.5" as="geometry" />
        </mxCell>
        <mxCell id="70EQDND4JwSF7BMMIh-t-287" parent="1" style="text;html=1;whiteSpace=wrap;strokeColor=none;fillColor=none;align=left;verticalAlign=middle;rounded=0;" value="&lt;font style=&quot;font-size: 13px;&quot;&gt;vmbr0:&amp;nbsp; 192.168.70.71&lt;/font&gt;&lt;div&gt;&lt;div&gt;&lt;font style=&quot;font-size: 13px;&quot;&gt;vmbr4: 10.10.40.71&lt;/font&gt;&lt;/div&gt;&lt;/div&gt;" vertex="1">
          <mxGeometry height="30" width="144" x="2535" y="1303.5" as="geometry" />
        </mxCell>
        <mxCell id="70EQDND4JwSF7BMMIh-t-288" parent="1" style="text;html=1;whiteSpace=wrap;strokeColor=none;fillColor=none;align=left;verticalAlign=middle;rounded=0;" value="&lt;font style=&quot;font-size: 13px;&quot;&gt;vmbr0:&amp;nbsp; 192.168.70.72&lt;/font&gt;&lt;div&gt;&lt;div&gt;&lt;font style=&quot;font-size: 13px;&quot;&gt;vmbr4: 10.10.40.72&lt;/font&gt;&lt;/div&gt;&lt;/div&gt;" vertex="1">
          <mxGeometry height="30" width="144" x="2535" y="1435.5" as="geometry" />
        </mxCell>
        <mxCell id="70EQDND4JwSF7BMMIh-t-289" parent="1" style="text;html=1;whiteSpace=wrap;strokeColor=none;fillColor=none;align=left;verticalAlign=middle;rounded=0;" value="&lt;font style=&quot;font-size: 13px;&quot;&gt;vmbr0:&amp;nbsp; 192.168.70.73&lt;/font&gt;&lt;div&gt;&lt;div&gt;&lt;font style=&quot;font-size: 13px;&quot;&gt;vmbr4: 10.10.40.73&lt;/font&gt;&lt;/div&gt;&lt;/div&gt;" vertex="1">
          <mxGeometry height="30" width="144" x="2538" y="1575.5" as="geometry" />
        </mxCell>
        <mxCell id="70EQDND4JwSF7BMMIh-t-419" parent="1" style="rounded=1;whiteSpace=wrap;html=1;strokeColor=#336600;" value="" vertex="1">
          <mxGeometry height="252" width="488" x="3882.5" y="537" as="geometry" />
        </mxCell>
        <mxCell id="70EQDND4JwSF7BMMIh-t-420" parent="1" style="rounded=1;whiteSpace=wrap;html=1;strokeColor=#336600;" value="" vertex="1">
          <mxGeometry height="403" width="511" x="4045" y="46" as="geometry" />
        </mxCell>
        <mxCell id="70EQDND4JwSF7BMMIh-t-421" parent="1" style="rounded=1;whiteSpace=wrap;html=1;strokeColor=#336600;" value="" vertex="1">
          <mxGeometry height="403" width="402" x="3581" y="46" as="geometry" />
        </mxCell>
        <mxCell id="70EQDND4JwSF7BMMIh-t-422" parent="1" style="rounded=1;whiteSpace=wrap;html=1;fillColor=#fff2cc;strokeColor=#d6b656;" value="" vertex="1">
          <mxGeometry height="90" width="190" x="3756" y="86.5" as="geometry" />
        </mxCell>
        <mxCell id="70EQDND4JwSF7BMMIh-t-423" parent="1" style="text;html=1;whiteSpace=wrap;strokeColor=none;fillColor=none;align=center;verticalAlign=middle;rounded=0;" value="Kub-Master-1" vertex="1">
          <mxGeometry height="30" width="140" x="3776" y="132.5" as="geometry" />
        </mxCell>
        <mxCell id="70EQDND4JwSF7BMMIh-t-424" parent="1" style="rounded=1;whiteSpace=wrap;html=1;fillColor=#fff2cc;strokeColor=#d6b656;" value="" vertex="1">
          <mxGeometry height="90" width="190" x="3756" y="195.5" as="geometry" />
        </mxCell>
        <mxCell id="70EQDND4JwSF7BMMIh-t-425" parent="1" style="rounded=1;whiteSpace=wrap;html=1;fillColor=#fff2cc;strokeColor=#d6b656;" value="" vertex="1">
          <mxGeometry height="90" width="190" x="3759" y="303.5" as="geometry" />
        </mxCell>
        <mxCell id="70EQDND4JwSF7BMMIh-t-426" parent="1" style="text;html=1;whiteSpace=wrap;strokeColor=none;fillColor=none;align=left;verticalAlign=middle;rounded=0;" value="&lt;font style=&quot;font-size: 13px;&quot;&gt;vmbr0:&amp;nbsp; 192.168.70.48&lt;/font&gt;&lt;div&gt;&lt;font style=&quot;font-size: 13px;&quot;&gt;vmbr3: 10.10.30.48&lt;/font&gt;&lt;/div&gt;" vertex="1">
          <mxGeometry height="76" width="141" x="3606" y="100.5" as="geometry" />
        </mxCell>
        <mxCell id="70EQDND4JwSF7BMMIh-t-427" parent="1" style="text;html=1;whiteSpace=wrap;strokeColor=none;fillColor=none;align=center;verticalAlign=middle;rounded=0;" value="Kub-Master-2" vertex="1">
          <mxGeometry height="30" width="140" x="3781" y="248.5" as="geometry" />
        </mxCell>
        <mxCell id="70EQDND4JwSF7BMMIh-t-428" parent="1" style="text;html=1;whiteSpace=wrap;strokeColor=none;fillColor=none;align=center;verticalAlign=middle;rounded=0;" value="Kub-Master-3" vertex="1">
          <mxGeometry height="30" width="140" x="3784" y="352.5" as="geometry" />
        </mxCell>
        <mxCell id="70EQDND4JwSF7BMMIh-t-429" parent="1" style="text;html=1;whiteSpace=wrap;strokeColor=none;fillColor=none;align=left;verticalAlign=middle;rounded=0;" value="&lt;font style=&quot;font-size: 13px;&quot;&gt;vmbr0:&amp;nbsp; 192.168.70.49&lt;/font&gt;&lt;div&gt;&lt;font style=&quot;font-size: 13px;&quot;&gt;vmbr3: 10.10.30.49&lt;/font&gt;&lt;/div&gt;" vertex="1">
          <mxGeometry height="76" width="141" x="3603" y="209.5" as="geometry" />
        </mxCell>
        <mxCell id="70EQDND4JwSF7BMMIh-t-430" parent="1" style="text;html=1;whiteSpace=wrap;strokeColor=none;fillColor=none;align=left;verticalAlign=middle;rounded=0;" value="&lt;font style=&quot;font-size: 13px;&quot;&gt;vmbr0:&amp;nbsp; 192.168.70.50&lt;/font&gt;&lt;div&gt;&lt;font style=&quot;font-size: 13px;&quot;&gt;vmbr3: 10.10.30.50&lt;/font&gt;&lt;/div&gt;" vertex="1">
          <mxGeometry height="76" width="141" x="3606" y="312.5" as="geometry" />
        </mxCell>
        <mxCell id="70EQDND4JwSF7BMMIh-t-431" parent="1" style="rounded=1;whiteSpace=wrap;html=1;fillColor=#d80073;fontColor=#ffffff;strokeColor=#A50040;" value="API&amp;nbsp; Server" vertex="1">
          <mxGeometry height="29" width="87" x="3853" y="93.5" as="geometry" />
        </mxCell>
        <mxCell id="70EQDND4JwSF7BMMIh-t-432" parent="1" style="rounded=1;whiteSpace=wrap;html=1;fillColor=#d80073;fontColor=#ffffff;strokeColor=#A50040;" value="API&amp;nbsp; Server" vertex="1">
          <mxGeometry height="29" width="87" x="3851" y="202.5" as="geometry" />
        </mxCell>
        <mxCell id="70EQDND4JwSF7BMMIh-t-433" parent="1" style="rounded=1;whiteSpace=wrap;html=1;fillColor=#d80073;fontColor=#ffffff;strokeColor=#A50040;" value="API&amp;nbsp; Server" vertex="1">
          <mxGeometry height="29" width="87" x="3854" y="312.5" as="geometry" />
        </mxCell>
        <mxCell id="70EQDND4JwSF7BMMIh-t-434" parent="1" style="rounded=1;whiteSpace=wrap;html=1;fillColor=#d5e8d4;strokeColor=#82b366;" value="" vertex="1">
          <mxGeometry height="90" width="190" x="4191" y="146" as="geometry" />
        </mxCell>
        <mxCell id="70EQDND4JwSF7BMMIh-t-435" parent="1" style="text;html=1;whiteSpace=wrap;strokeColor=none;fillColor=none;align=center;verticalAlign=middle;rounded=0;" value="&lt;div&gt;HA Proxy&lt;/div&gt;&lt;div&gt;keepalived&lt;/div&gt;" vertex="1">
          <mxGeometry height="30" width="140" x="4220" y="176.5" as="geometry" />
        </mxCell>
        <mxCell id="70EQDND4JwSF7BMMIh-t-436" parent="1" style="rounded=1;whiteSpace=wrap;html=1;fillColor=#d5e8d4;strokeColor=#82b366;" value="" vertex="1">
          <mxGeometry height="90" width="190" x="4191" y="255" as="geometry" />
        </mxCell>
        <mxCell id="70EQDND4JwSF7BMMIh-t-437" parent="1" style="text;html=1;whiteSpace=wrap;strokeColor=none;fillColor=none;align=center;verticalAlign=middle;rounded=0;" value="&lt;div&gt;HA Proxy&lt;/div&gt;&lt;div&gt;keepalived&lt;/div&gt;" vertex="1">
          <mxGeometry height="30" width="140" x="4220" y="289" as="geometry" />
        </mxCell>
        <mxCell id="70EQDND4JwSF7BMMIh-t-438" parent="1" style="rounded=1;whiteSpace=wrap;html=1;fillColor=#dae8fc;strokeColor=#6c8ebf;" value="&lt;font style=&quot;font-size: 22px;&quot;&gt;VIP&lt;/font&gt;" vertex="1">
          <mxGeometry height="145" width="91" x="4073" y="167.5" as="geometry" />
        </mxCell>
        <mxCell id="70EQDND4JwSF7BMMIh-t-439" edge="1" parent="1" source="70EQDND4JwSF7BMMIh-t-431" style="endArrow=classic;startArrow=classic;html=1;rounded=0;exitX=1;exitY=0.5;exitDx=0;exitDy=0;entryX=0;entryY=0.25;entryDx=0;entryDy=0;" target="70EQDND4JwSF7BMMIh-t-438" value="">
          <mxGeometry height="50" relative="1" width="50" as="geometry">
            <mxPoint x="4081" y="312" as="sourcePoint" />
            <mxPoint x="4131" y="262" as="targetPoint" />
          </mxGeometry>
        </mxCell>
        <mxCell id="70EQDND4JwSF7BMMIh-t-440" edge="1" parent="1" source="70EQDND4JwSF7BMMIh-t-432" style="endArrow=classic;startArrow=classic;html=1;rounded=0;exitX=1;exitY=0.5;exitDx=0;exitDy=0;entryX=0;entryY=0.5;entryDx=0;entryDy=0;" target="70EQDND4JwSF7BMMIh-t-438" value="">
          <mxGeometry height="50" relative="1" width="50" as="geometry">
            <mxPoint x="4081" y="312" as="sourcePoint" />
            <mxPoint x="4131" y="262" as="targetPoint" />
          </mxGeometry>
        </mxCell>
        <mxCell id="70EQDND4JwSF7BMMIh-t-441" edge="1" parent="1" source="70EQDND4JwSF7BMMIh-t-433" style="endArrow=classic;startArrow=classic;html=1;rounded=0;exitX=1;exitY=0.5;exitDx=0;exitDy=0;entryX=0;entryY=0.75;entryDx=0;entryDy=0;" target="70EQDND4JwSF7BMMIh-t-438" value="">
          <mxGeometry height="50" relative="1" width="50" as="geometry">
            <mxPoint x="4081" y="312" as="sourcePoint" />
            <mxPoint x="4131" y="262" as="targetPoint" />
          </mxGeometry>
        </mxCell>
        <mxCell id="70EQDND4JwSF7BMMIh-t-442" parent="1" style="text;html=1;whiteSpace=wrap;strokeColor=none;fillColor=none;align=center;verticalAlign=middle;rounded=0;" value="&lt;font style=&quot;font-size: 16px;&quot;&gt;Load Balancer&lt;/font&gt;" vertex="1">
          <mxGeometry height="30" width="151" x="4234" y="409" as="geometry" />
        </mxCell>
        <mxCell id="70EQDND4JwSF7BMMIh-t-443" parent="1" style="text;html=1;whiteSpace=wrap;strokeColor=none;fillColor=none;align=center;verticalAlign=middle;rounded=0;" value="&lt;font style=&quot;font-size: 16px;&quot;&gt;Control Plane&lt;/font&gt;" vertex="1">
          <mxGeometry height="30" width="151" x="3684.5" y="409" as="geometry" />
        </mxCell>
        <mxCell id="70EQDND4JwSF7BMMIh-t-444" parent="1" style="text;html=1;whiteSpace=wrap;strokeColor=none;fillColor=none;align=left;verticalAlign=middle;rounded=0;" value="&lt;font style=&quot;font-size: 13px;&quot;&gt;vmbr0:&amp;nbsp; 192.168.70.51&lt;/font&gt;&lt;div&gt;&lt;font style=&quot;font-size: 13px;&quot;&gt;vmbr3: 10.10.30.51&lt;/font&gt;&lt;/div&gt;" vertex="1">
          <mxGeometry height="76" width="141" x="4406" y="153" as="geometry" />
        </mxCell>
        <mxCell id="70EQDND4JwSF7BMMIh-t-445" parent="1" style="text;html=1;whiteSpace=wrap;strokeColor=none;fillColor=none;align=left;verticalAlign=middle;rounded=0;" value="&lt;font style=&quot;font-size: 13px;&quot;&gt;vmbr0:&amp;nbsp; 192.168.70.52&lt;/font&gt;&lt;div&gt;&lt;font style=&quot;font-size: 13px;&quot;&gt;vmbr3: 10.10.30.52&lt;/font&gt;&lt;/div&gt;" vertex="1">
          <mxGeometry height="76" width="141" x="4406" y="255" as="geometry" />
        </mxCell>
        <mxCell id="70EQDND4JwSF7BMMIh-t-446" parent="1" style="text;html=1;whiteSpace=wrap;strokeColor=none;fillColor=none;align=left;verticalAlign=middle;rounded=0;" value="&lt;br&gt;&lt;div&gt;&lt;font style=&quot;font-size: 13px;&quot;&gt;VIP&amp;nbsp; 10.10.30.100&lt;/font&gt;&lt;/div&gt;" vertex="1">
          <mxGeometry height="52" width="141" x="4070" y="86.5" as="geometry" />
        </mxCell>
        <mxCell id="70EQDND4JwSF7BMMIh-t-447" parent="1" style="rounded=1;whiteSpace=wrap;html=1;fillColor=#ffe6cc;strokeColor=#d79b00;" value="" vertex="1">
          <mxGeometry height="90" width="190" x="3908.5" y="578" as="geometry" />
        </mxCell>
        <mxCell id="70EQDND4JwSF7BMMIh-t-448" parent="1" style="text;html=1;whiteSpace=wrap;strokeColor=none;fillColor=none;align=center;verticalAlign=middle;rounded=0;" value="Worker node 1&amp;nbsp;" vertex="1">
          <mxGeometry height="30" width="140" x="3937.5" y="608.5" as="geometry" />
        </mxCell>
        <mxCell id="70EQDND4JwSF7BMMIh-t-449" parent="1" style="rounded=1;whiteSpace=wrap;html=1;fillColor=#ffe6cc;strokeColor=#d79b00;" value="" vertex="1">
          <mxGeometry height="90" width="190" x="4149.5" y="578" as="geometry" />
        </mxCell>
        <mxCell id="70EQDND4JwSF7BMMIh-t-450" parent="1" style="text;html=1;whiteSpace=wrap;strokeColor=none;fillColor=none;align=center;verticalAlign=middle;rounded=0;" value="Worker node 2" vertex="1">
          <mxGeometry height="30" width="140" x="4178.5" y="608.5" as="geometry" />
        </mxCell>
        <mxCell id="70EQDND4JwSF7BMMIh-t-451" edge="1" parent="1" source="70EQDND4JwSF7BMMIh-t-447" style="endArrow=classic;startArrow=classic;html=1;rounded=0;exitX=0.5;exitY=0;exitDx=0;exitDy=0;entryX=0.25;entryY=1;entryDx=0;entryDy=0;" target="70EQDND4JwSF7BMMIh-t-438" value="">
          <mxGeometry height="50" relative="1" width="50" as="geometry">
            <mxPoint x="4262" y="455" as="sourcePoint" />
            <mxPoint x="4312" y="405" as="targetPoint" />
          </mxGeometry>
        </mxCell>
        <mxCell id="70EQDND4JwSF7BMMIh-t-452" edge="1" parent="1" source="70EQDND4JwSF7BMMIh-t-449" style="endArrow=classic;startArrow=classic;html=1;rounded=0;entryX=0.75;entryY=1;entryDx=0;entryDy=0;" target="70EQDND4JwSF7BMMIh-t-438" value="">
          <mxGeometry height="50" relative="1" width="50" as="geometry">
            <mxPoint x="4210" y="403" as="sourcePoint" />
            <mxPoint x="4260" y="353" as="targetPoint" />
          </mxGeometry>
        </mxCell>
        <mxCell id="70EQDND4JwSF7BMMIh-t-453" parent="1" style="text;html=1;whiteSpace=wrap;strokeColor=none;fillColor=none;align=left;verticalAlign=middle;rounded=0;" value="&lt;font style=&quot;font-size: 13px;&quot;&gt;vmbr0:&amp;nbsp; 192.168.70.53&lt;/font&gt;&lt;div&gt;&lt;font style=&quot;font-size: 13px;&quot;&gt;vmbr3: 10.10.30.53&lt;/font&gt;&lt;/div&gt;" vertex="1">
          <mxGeometry height="76" width="141" x="3926.5" y="668" as="geometry" />
        </mxCell>
        <mxCell id="70EQDND4JwSF7BMMIh-t-454" parent="1" style="text;html=1;whiteSpace=wrap;strokeColor=none;fillColor=none;align=left;verticalAlign=middle;rounded=0;" value="&lt;font style=&quot;font-size: 13px;&quot;&gt;vmbr0:&amp;nbsp; 192.168.70.54&lt;/font&gt;&lt;div&gt;&lt;font style=&quot;font-size: 13px;&quot;&gt;vmbr3: 10.10.30.54&lt;/font&gt;&lt;/div&gt;" vertex="1">
          <mxGeometry height="76" width="141" x="4181.5" y="666" as="geometry" />
        </mxCell>
        <mxCell id="70EQDND4JwSF7BMMIh-t-455" parent="1" style="text;html=1;whiteSpace=wrap;strokeColor=none;fillColor=none;align=center;verticalAlign=middle;rounded=0;" value="&lt;font style=&quot;font-size: 16px;&quot;&gt;Workers&amp;nbsp;&lt;/font&gt;" vertex="1">
          <mxGeometry height="30" width="151" x="4046" y="742" as="geometry" />
        </mxCell>
        <mxCell id="70EQDND4JwSF7BMMIh-t-461" parent="1" style="rounded=1;whiteSpace=wrap;html=1;fillColor=#dae8fc;strokeColor=#6c8ebf;" value="&lt;font style=&quot;font-size: 22px;&quot;&gt;VIP&lt;/font&gt;" vertex="1">
          <mxGeometry height="145" width="91" x="3288" y="1373.5" as="geometry" />
        </mxCell>
        <mxCell id="70EQDND4JwSF7BMMIh-t-462" edge="1" parent="1" source="70EQDND4JwSF7BMMIh-t-461" style="endArrow=classic;startArrow=classic;html=1;rounded=0;entryX=1.001;entryY=0.504;entryDx=0;entryDy=0;entryPerimeter=0;" target="70EQDND4JwSF7BMMIh-t-263" value="">
          <mxGeometry height="50" relative="1" width="50" as="geometry">
            <mxPoint x="3653" y="1247.5" as="sourcePoint" />
            <mxPoint x="3383" y="1260.5" as="targetPoint" />
          </mxGeometry>
        </mxCell>
        <mxCell id="70EQDND4JwSF7BMMIh-t-463" edge="1" parent="1" source="70EQDND4JwSF7BMMIh-t-273" style="endArrow=classic;startArrow=classic;html=1;rounded=0;exitX=1.002;exitY=0.493;exitDx=0;exitDy=0;exitPerimeter=0;" target="70EQDND4JwSF7BMMIh-t-461" value="">
          <mxGeometry height="50" relative="1" width="50" as="geometry">
            <mxPoint x="3249" y="1537.5" as="sourcePoint" />
            <mxPoint x="3368" y="1494.5" as="targetPoint" />
          </mxGeometry>
        </mxCell>
        <mxCell id="70EQDND4JwSF7BMMIh-t-465" parent="1" style="text;html=1;whiteSpace=wrap;strokeColor=none;fillColor=none;align=left;verticalAlign=middle;rounded=0;" value="&lt;br&gt;&lt;div&gt;&lt;font style=&quot;font-size: 13px;&quot;&gt;VIP&amp;nbsp; 10.10.40.100&lt;/font&gt;&lt;/div&gt;" vertex="1">
          <mxGeometry height="52" width="141" x="3263" y="1311.5" as="geometry" />
        </mxCell>
        <mxCell id="70EQDND4JwSF7BMMIh-t-467" parent="1" style="rounded=1;whiteSpace=wrap;html=1;strokeWidth=2;" value="" vertex="1">
          <mxGeometry height="425" width="456" x="3587" y="1243" as="geometry" />
        </mxCell>
        <mxCell id="70EQDND4JwSF7BMMIh-t-468" parent="1" style="rounded=1;whiteSpace=wrap;html=1;fillColor=#dae8fc;strokeColor=#6c8ebf;" value="" vertex="1">
          <mxGeometry height="90" width="190" x="3624" y="1273.5" as="geometry" />
        </mxCell>
        <mxCell id="70EQDND4JwSF7BMMIh-t-469" parent="1" style="text;html=1;whiteSpace=wrap;strokeColor=none;fillColor=none;align=center;verticalAlign=middle;rounded=0;" value="&lt;div&gt;&lt;div&gt;&lt;font style=&quot;font-size: 14px;&quot;&gt;Kafka&lt;/font&gt;&lt;/div&gt;&lt;/div&gt;&lt;div&gt;&lt;span style=&quot;font-size: 14px;&quot;&gt;KRaft&lt;/span&gt;&lt;/div&gt;" vertex="1">
          <mxGeometry height="30" width="140" x="3654" y="1303.5" as="geometry" />
        </mxCell>
        <mxCell id="70EQDND4JwSF7BMMIh-t-470" parent="1" style="rounded=1;whiteSpace=wrap;html=1;fillColor=#dae8fc;strokeColor=#6c8ebf;" value="" vertex="1">
          <mxGeometry height="90" width="190" x="3621" y="1406.5" as="geometry" />
        </mxCell>
        <mxCell id="70EQDND4JwSF7BMMIh-t-471" parent="1" style="text;html=1;whiteSpace=wrap;strokeColor=none;fillColor=none;align=center;verticalAlign=middle;rounded=0;" value="&lt;div&gt;&lt;div&gt;&lt;font style=&quot;font-size: 14px;&quot;&gt;Kafka&lt;/font&gt;&lt;/div&gt;&lt;/div&gt;&lt;div&gt;&lt;span style=&quot;font-size: 14px;&quot;&gt;KRaft&lt;/span&gt;&lt;/div&gt;" vertex="1">
          <mxGeometry height="30" width="140" x="3651" y="1436.5" as="geometry" />
        </mxCell>
        <mxCell id="70EQDND4JwSF7BMMIh-t-472" parent="1" style="rounded=1;whiteSpace=wrap;html=1;fillColor=#dae8fc;strokeColor=#6c8ebf;" value="" vertex="1">
          <mxGeometry height="90" width="190" x="3626" y="1544.5" as="geometry" />
        </mxCell>
        <mxCell id="70EQDND4JwSF7BMMIh-t-473" parent="1" style="text;html=1;whiteSpace=wrap;strokeColor=none;fillColor=none;align=center;verticalAlign=middle;rounded=0;" value="&lt;div&gt;&lt;div&gt;&lt;font style=&quot;font-size: 14px;&quot;&gt;Kafka&lt;/font&gt;&lt;/div&gt;&lt;/div&gt;&lt;div&gt;&lt;span style=&quot;font-size: 14px;&quot;&gt;KRaft&lt;/span&gt;&lt;/div&gt;" vertex="1">
          <mxGeometry height="30" width="140" x="3656" y="1574.5" as="geometry" />
        </mxCell>
        <mxCell id="70EQDND4JwSF7BMMIh-t-474" parent="1" style="text;html=1;whiteSpace=wrap;strokeColor=none;fillColor=none;align=center;verticalAlign=middle;rounded=0;strokeWidth=1;fontStyle=1" value="KAFKA CLUSTER" vertex="1">
          <mxGeometry height="30" width="60" x="3684" y="1176" as="geometry" />
        </mxCell>
        <mxCell id="70EQDND4JwSF7BMMIh-t-475" parent="1" style="text;html=1;whiteSpace=wrap;strokeColor=none;fillColor=none;align=left;verticalAlign=middle;rounded=0;" value="&lt;font style=&quot;font-size: 13px;&quot;&gt;vmbr0:&amp;nbsp; 192.168.70.81&lt;/font&gt;&lt;div&gt;&lt;div&gt;&lt;font style=&quot;font-size: 13px;&quot;&gt;vmbr5: 10.10.50.81&lt;/font&gt;&lt;/div&gt;&lt;/div&gt;" vertex="1">
          <mxGeometry height="30" width="144" x="3862" y="1300.5" as="geometry" />
        </mxCell>
        <mxCell id="70EQDND4JwSF7BMMIh-t-476" parent="1" style="text;html=1;whiteSpace=wrap;strokeColor=none;fillColor=none;align=left;verticalAlign=middle;rounded=0;" value="&lt;font style=&quot;font-size: 13px;&quot;&gt;vmbr0:&amp;nbsp; 192.168.70.82&lt;/font&gt;&lt;div&gt;&lt;div&gt;&lt;font style=&quot;font-size: 13px;&quot;&gt;vmbr5: 10.10.50.82&lt;/font&gt;&lt;/div&gt;&lt;/div&gt;" vertex="1">
          <mxGeometry height="30" width="144" x="3856.5" y="1438.25" as="geometry" />
        </mxCell>
        <mxCell id="70EQDND4JwSF7BMMIh-t-477" parent="1" style="text;html=1;whiteSpace=wrap;strokeColor=none;fillColor=none;align=left;verticalAlign=middle;rounded=0;" value="&lt;font style=&quot;font-size: 13px;&quot;&gt;vmbr0:&amp;nbsp; 192.168.70.83&lt;/font&gt;&lt;div&gt;&lt;div&gt;&lt;font style=&quot;font-size: 13px;&quot;&gt;vmbr5: 10.10.50.83&lt;/font&gt;&lt;/div&gt;&lt;/div&gt;" vertex="1">
          <mxGeometry height="30" width="144" x="3856.5" y="1580.12" as="geometry" />
        </mxCell>
        <mxCell id="70EQDND4JwSF7BMMIh-t-482" parent="1" style="rounded=1;whiteSpace=wrap;html=1;fillColor=#fff2cc;strokeColor=#d6b656;gradientColor=#ffd966;shadow=1;" value="" vertex="1">
          <mxGeometry height="60" width="120" x="2801" y="1161" as="geometry" />
        </mxCell>
        <mxCell id="70EQDND4JwSF7BMMIh-t-483" parent="1" style="text;html=1;whiteSpace=wrap;strokeColor=none;fillColor=none;align=center;verticalAlign=middle;rounded=0;strokeWidth=1;fontStyle=1" value="PostgreSQL&amp;nbsp;&lt;div&gt;Cluster&lt;/div&gt;" vertex="1">
          <mxGeometry height="30" width="60" x="2831" y="1176" as="geometry" />
        </mxCell>
        <mxCell id="70EQDND4JwSF7BMMIh-t-486" parent="1" style="rounded=1;whiteSpace=wrap;html=1;strokeWidth=2;" value="" vertex="1">
          <mxGeometry height="423.5" width="674" x="4277.5" y="1250.5" as="geometry" />
        </mxCell>
        <mxCell id="70EQDND4JwSF7BMMIh-t-487" parent="1" style="rounded=1;whiteSpace=wrap;html=1;fillColor=#fff2cc;strokeColor=#d6b656;" value="" vertex="1">
          <mxGeometry height="90" width="190" x="4589" y="1277.87" as="geometry" />
        </mxCell>
        <mxCell id="70EQDND4JwSF7BMMIh-t-488" parent="1" style="text;html=1;whiteSpace=wrap;strokeColor=none;fillColor=none;align=center;verticalAlign=middle;rounded=0;" value="&lt;div&gt;&lt;div&gt;&lt;font style=&quot;font-size: 14px;&quot;&gt;Elastic Search&lt;/font&gt;&lt;/div&gt;&lt;/div&gt;" vertex="1">
          <mxGeometry height="30" width="140" x="4619" y="1307.87" as="geometry" />
        </mxCell>
        <mxCell id="70EQDND4JwSF7BMMIh-t-489" parent="1" style="rounded=1;whiteSpace=wrap;html=1;fillColor=#fff2cc;strokeColor=#d6b656;" value="" vertex="1">
          <mxGeometry height="90" width="190" x="4589" y="1413.87" as="geometry" />
        </mxCell>
        <mxCell id="70EQDND4JwSF7BMMIh-t-490" parent="1" style="rounded=1;whiteSpace=wrap;html=1;fillColor=#fff2cc;strokeColor=#d6b656;" value="" vertex="1">
          <mxGeometry height="90" width="190" x="4589" y="1547" as="geometry" />
        </mxCell>
        <mxCell id="70EQDND4JwSF7BMMIh-t-491" parent="1" style="text;html=1;whiteSpace=wrap;strokeColor=none;fillColor=none;align=center;verticalAlign=middle;rounded=0;" value="&lt;div&gt;&lt;div&gt;&lt;font style=&quot;font-size: 14px;&quot;&gt;Elastic Search&lt;/font&gt;&lt;/div&gt;&lt;/div&gt;" vertex="1">
          <mxGeometry height="30" width="140" x="4614" y="1443.87" as="geometry" />
        </mxCell>
        <mxCell id="70EQDND4JwSF7BMMIh-t-492" parent="1" style="text;html=1;whiteSpace=wrap;strokeColor=none;fillColor=none;align=center;verticalAlign=middle;rounded=0;" value="&lt;div&gt;&lt;div&gt;&lt;font style=&quot;font-size: 14px;&quot;&gt;Elastic Search&lt;/font&gt;&lt;/div&gt;&lt;/div&gt;" vertex="1">
          <mxGeometry height="30" width="140" x="4619" y="1578.87" as="geometry" />
        </mxCell>
        <mxCell id="70EQDND4JwSF7BMMIh-t-497" parent="1" style="rounded=1;whiteSpace=wrap;html=1;fillColor=#d5e8d4;strokeColor=#82b366;" value="" vertex="1">
          <mxGeometry height="90" width="190" x="4321" y="1277.87" as="geometry" />
        </mxCell>
        <mxCell id="70EQDND4JwSF7BMMIh-t-498" parent="1" style="text;html=1;whiteSpace=wrap;strokeColor=none;fillColor=none;align=center;verticalAlign=middle;rounded=0;" value="&lt;div&gt;&lt;div&gt;&lt;font style=&quot;font-size: 14px;&quot;&gt;Logstash&lt;/font&gt;&lt;/div&gt;&lt;/div&gt;" vertex="1">
          <mxGeometry height="30" width="140" x="4353" y="1311.37" as="geometry" />
        </mxCell>
        <mxCell id="70EQDND4JwSF7BMMIh-t-501" parent="1" style="text;html=1;whiteSpace=wrap;strokeColor=none;fillColor=none;align=left;verticalAlign=middle;rounded=0;" value="&lt;font style=&quot;font-size: 13px;&quot;&gt;vmbr0:&amp;nbsp; 192.168.70.61&lt;/font&gt;&lt;div&gt;&lt;div&gt;&lt;font style=&quot;font-size: 13px;&quot;&gt;vmbr6: 10.10.60.61&lt;/font&gt;&lt;/div&gt;&lt;/div&gt;" vertex="1">
          <mxGeometry height="30" width="144" x="4798" y="1301.62" as="geometry" />
        </mxCell>
        <mxCell id="70EQDND4JwSF7BMMIh-t-502" parent="1" style="text;html=1;whiteSpace=wrap;strokeColor=none;fillColor=none;align=left;verticalAlign=middle;rounded=0;" value="&lt;font style=&quot;font-size: 13px;&quot;&gt;vmbr0:&amp;nbsp; 192.168.70.62&lt;/font&gt;&lt;div&gt;&lt;div&gt;&lt;font style=&quot;font-size: 13px;&quot;&gt;vmbr6: 10.10.60.62&lt;/font&gt;&lt;/div&gt;&lt;/div&gt;" vertex="1">
          <mxGeometry height="30" width="144" x="4798" y="1443.87" as="geometry" />
        </mxCell>
        <mxCell id="70EQDND4JwSF7BMMIh-t-503" parent="1" style="text;html=1;whiteSpace=wrap;strokeColor=none;fillColor=none;align=left;verticalAlign=middle;rounded=0;" value="&lt;font style=&quot;font-size: 13px;&quot;&gt;vmbr0:&amp;nbsp; 192.168.70.63&lt;/font&gt;&lt;div&gt;&lt;div&gt;&lt;font style=&quot;font-size: 13px;&quot;&gt;vmbr6: 10.10.60.63&lt;/font&gt;&lt;/div&gt;&lt;/div&gt;" vertex="1">
          <mxGeometry height="30" width="144" x="4800" y="1581.62" as="geometry" />
        </mxCell>
        <mxCell id="70EQDND4JwSF7BMMIh-t-504" parent="1" style="text;html=1;whiteSpace=wrap;strokeColor=none;fillColor=none;align=left;verticalAlign=middle;rounded=0;" value="&lt;font style=&quot;font-size: 13px;&quot;&gt;vmbr0:&amp;nbsp; 192.168.70.65&lt;/font&gt;&lt;div&gt;&lt;div&gt;&lt;font style=&quot;font-size: 13px;&quot;&gt;vmbr6: 10.10.60.65&lt;/font&gt;&lt;/div&gt;&lt;/div&gt;" vertex="1">
          <mxGeometry height="30" width="144" x="4342" y="1393.37" as="geometry" />
        </mxCell>
        <mxCell id="70EQDND4JwSF7BMMIh-t-508" parent="1" style="rounded=1;whiteSpace=wrap;html=1;fillColor=#fad9d5;strokeColor=#ae4132;" value="" vertex="1">
          <mxGeometry height="60" width="120" x="4461" y="1162.5" as="geometry" />
        </mxCell>
        <mxCell id="70EQDND4JwSF7BMMIh-t-509" parent="1" style="text;html=1;whiteSpace=wrap;strokeColor=none;fillColor=none;align=center;verticalAlign=middle;rounded=0;strokeWidth=1;fontStyle=1" value="ES CLUSTER" vertex="1">
          <mxGeometry height="30" width="60" x="4494" y="1177.5" as="geometry" />
        </mxCell>
        <mxCell id="70EQDND4JwSF7BMMIh-t-511" parent="1" style="text;html=1;whiteSpace=wrap;strokeColor=none;fillColor=none;align=center;verticalAlign=middle;rounded=0;" value="&lt;b&gt;&lt;font style=&quot;font-size: 15px;&quot;&gt;STORAGE&lt;/font&gt;&lt;/b&gt;" vertex="1">
          <mxGeometry height="30" width="164" x="1921" y="904.5" as="geometry" />
        </mxCell>
        <mxCell id="70EQDND4JwSF7BMMIh-t-512" parent="1" style="text;html=1;whiteSpace=wrap;strokeColor=none;fillColor=none;align=center;verticalAlign=middle;rounded=0;" value="&lt;b&gt;&lt;font style=&quot;font-size: 15px;&quot;&gt;DATABASE&lt;/font&gt;&lt;/b&gt;" vertex="1">
          <mxGeometry height="30" width="164" x="349" y="907.5" as="geometry" />
        </mxCell>
        <mxCell id="70EQDND4JwSF7BMMIh-t-513" parent="1" style="text;html=1;whiteSpace=wrap;strokeColor=none;fillColor=none;align=center;verticalAlign=middle;rounded=0;" value="&lt;b&gt;&lt;font style=&quot;font-size: 15px;&quot;&gt;LOGGER&lt;/font&gt;&lt;/b&gt;" vertex="1">
          <mxGeometry height="30" width="164" x="1057" y="909" as="geometry" />
        </mxCell>
        <mxCell id="70EQDND4JwSF7BMMIh-t-514" parent="1" style="rounded=1;whiteSpace=wrap;html=1;fillColor=#e1d5e7;strokeColor=#9673a6;" value="" vertex="1">
          <mxGeometry height="90" width="190" x="4321" y="1556.62" as="geometry" />
        </mxCell>
        <mxCell id="70EQDND4JwSF7BMMIh-t-515" parent="1" style="text;html=1;whiteSpace=wrap;strokeColor=none;fillColor=none;align=center;verticalAlign=middle;rounded=0;" value="&lt;div&gt;&lt;div&gt;&lt;font style=&quot;font-size: 14px;&quot;&gt;Kibana&lt;/font&gt;&lt;/div&gt;&lt;/div&gt;" vertex="1">
          <mxGeometry height="30" width="140" x="4346" y="1586.62" as="geometry" />
        </mxCell>
        <mxCell id="70EQDND4JwSF7BMMIh-t-516" parent="1" style="text;html=1;whiteSpace=wrap;strokeColor=none;fillColor=none;align=left;verticalAlign=middle;rounded=0;" value="&lt;font style=&quot;font-size: 13px;&quot;&gt;vmbr0:&amp;nbsp; 192.168.70.66&lt;/font&gt;&lt;div&gt;&lt;div&gt;&lt;font style=&quot;font-size: 13px;&quot;&gt;vmbr6: 10.10.60.66&lt;/font&gt;&lt;/div&gt;&lt;/div&gt;" vertex="1">
          <mxGeometry height="30" width="144" x="4346" y="1508" as="geometry" />
        </mxCell>
        <mxCell id="sZ-5xv9_SRq4fJ0hxT3P-1" parent="1" style="rounded=0;whiteSpace=wrap;html=1;strokeWidth=2;fillColor=#ffe6cc;strokeColor=#d79b00;" value="" vertex="1">
          <mxGeometry height="161" width="375" x="1250" y="961" as="geometry" />
        </mxCell>
        <mxCell id="sZ-5xv9_SRq4fJ0hxT3P-2" parent="1" style="rounded=1;whiteSpace=wrap;html=1;" value="" vertex="1">
          <mxGeometry height="73" width="298" x="1286" y="1011" as="geometry" />
        </mxCell>
        <mxCell id="sZ-5xv9_SRq4fJ0hxT3P-3" parent="1" style="text;html=1;whiteSpace=wrap;strokeColor=none;fillColor=none;align=center;verticalAlign=middle;rounded=0;" value="&lt;b&gt;VM 21 Prometheus/Grafana stack&lt;/b&gt;" vertex="1">
          <mxGeometry height="30" width="254.5" x="1304" y="1014" as="geometry" />
        </mxCell>
        <mxCell id="sZ-5xv9_SRq4fJ0hxT3P-7" parent="1" style="text;html=1;whiteSpace=wrap;strokeColor=none;fillColor=none;align=center;verticalAlign=middle;rounded=0;" value="&lt;font style=&quot;font-size: 13px;&quot;&gt;&lt;b&gt;Prometheus/Grafana&lt;/b&gt;&lt;/font&gt;" vertex="1">
          <mxGeometry height="30" width="60" x="1405" y="974" as="geometry" />
        </mxCell>
        <mxCell id="sZ-5xv9_SRq4fJ0hxT3P-8" parent="1" style="text;html=1;whiteSpace=wrap;strokeColor=none;fillColor=none;align=center;verticalAlign=middle;rounded=0;" value="&lt;b&gt;&lt;font style=&quot;font-size: 15px;&quot;&gt;OBSERVABILTY&lt;/font&gt;&lt;/b&gt;" vertex="1">
          <mxGeometry height="30" width="164" x="1475" y="912" as="geometry" />
        </mxCell>
        <mxCell id="sZ-5xv9_SRq4fJ0hxT3P-9" parent="1" style="text;html=1;whiteSpace=wrap;strokeColor=none;fillColor=none;align=center;verticalAlign=middle;rounded=0;" value="[Prometheus]" vertex="1">
          <mxGeometry height="30" width="119" x="1323" y="1036.5" as="geometry" />
        </mxCell>
        <mxCell id="sZ-5xv9_SRq4fJ0hxT3P-10" parent="1" style="text;html=1;whiteSpace=wrap;strokeColor=none;fillColor=none;align=center;verticalAlign=middle;rounded=0;" value="[Grafana]" vertex="1">
          <mxGeometry height="30" width="119" x="1433" y="1036.5" as="geometry" />
        </mxCell>
        <mxCell id="sZ-5xv9_SRq4fJ0hxT3P-11" edge="1" parent="1" source="70EQDND4JwSF7BMMIh-t-39" style="endArrow=classic;startArrow=classic;html=1;rounded=0;entryX=0.496;entryY=0.001;entryDx=0;entryDy=0;entryPerimeter=0;" target="sZ-5xv9_SRq4fJ0hxT3P-1" value="">
          <mxGeometry height="50" relative="1" width="50" as="geometry">
            <mxPoint x="943.37" y="690.18" as="sourcePoint" />
            <mxPoint x="1464.995" y="932.5020000000001" as="targetPoint" />
          </mxGeometry>
        </mxCell>
        <mxCell id="sZ-5xv9_SRq4fJ0hxT3P-12" parent="1" style="rounded=1;whiteSpace=wrap;html=1;fillColor=none;dashed=1;" value="" vertex="1">
          <mxGeometry height="864" width="1186" x="3543" y="-23" as="geometry" />
        </mxCell>
        <mxCell id="70EQDND4JwSF7BMMIh-t-484" parent="1" style="rounded=1;whiteSpace=wrap;html=1;fillColor=#f5f5f5;strokeColor=#666666;gradientColor=#b3b3b3;" value="" vertex="1">
          <mxGeometry height="60" width="120" x="3953" y="-56" as="geometry" />
        </mxCell>
        <mxCell id="70EQDND4JwSF7BMMIh-t-485" parent="1" style="text;html=1;whiteSpace=wrap;strokeColor=none;fillColor=none;align=center;verticalAlign=middle;rounded=0;strokeWidth=1;fontStyle=1" value="Kubernetes&amp;nbsp;&lt;div&gt;Cluster&lt;/div&gt;" vertex="1">
          <mxGeometry height="30" width="60" x="3987" y="-41" as="geometry" />
        </mxCell>
        <mxCell id="sZ-5xv9_SRq4fJ0hxT3P-13" parent="1" style="rounded=1;whiteSpace=wrap;html=1;fillColor=#f5f5f5;strokeColor=#666666;gradientColor=#b3b3b3;" value="" vertex="1">
          <mxGeometry height="60" width="167" x="4098.5" y="-56" as="geometry" />
        </mxCell>
        <mxCell id="70EQDND4JwSF7BMMIh-t-456" parent="1" style="text;html=1;whiteSpace=wrap;strokeColor=none;fillColor=none;align=center;verticalAlign=middle;rounded=0;" value="&lt;b&gt;VLAN30: 10.10.30.0/24&lt;/b&gt;" vertex="1">
          <mxGeometry height="30" width="199" x="4083" y="-39" as="geometry" />
        </mxCell>
        <mxCell id="sZ-5xv9_SRq4fJ0hxT3P-15" parent="1" style="rounded=1;whiteSpace=wrap;html=1;fillColor=#fff2cc;gradientColor=#ffd966;strokeColor=#d6b656;shadow=1;" value="" vertex="1">
          <mxGeometry height="60" width="188" x="2942" y="1161" as="geometry" />
        </mxCell>
        <mxCell id="70EQDND4JwSF7BMMIh-t-459" parent="1" style="text;html=1;whiteSpace=wrap;strokeColor=none;fillColor=none;align=center;verticalAlign=middle;rounded=0;" value="&lt;b&gt;VLAN40: 10.10.40.0/24&lt;/b&gt;" vertex="1">
          <mxGeometry height="30" width="199" x="2944" y="1178.5" as="geometry" />
        </mxCell>
        <mxCell id="sZ-5xv9_SRq4fJ0hxT3P-16" parent="1" style="rounded=1;whiteSpace=wrap;html=1;fillColor=#cdeb8b;strokeColor=#36393d;" value="" vertex="1">
          <mxGeometry height="60" width="166" x="3804.5" y="1161" as="geometry" />
        </mxCell>
        <mxCell id="70EQDND4JwSF7BMMIh-t-478" parent="1" style="text;html=1;whiteSpace=wrap;strokeColor=none;fillColor=none;align=center;verticalAlign=middle;rounded=0;shadow=1;" value="&lt;b&gt;VLAN40: 10.10.50.0/24&lt;/b&gt;" vertex="1">
          <mxGeometry height="30" width="199" x="3792.5" y="1178.5" as="geometry" />
        </mxCell>
        <mxCell id="sZ-5xv9_SRq4fJ0hxT3P-19" parent="1" style="rounded=1;whiteSpace=wrap;html=1;fillColor=#fad9d5;strokeColor=#ae4132;" value="" vertex="1">
          <mxGeometry height="60" width="182" x="4624" y="1162.5" as="geometry" />
        </mxCell>
        <mxCell id="70EQDND4JwSF7BMMIh-t-510" parent="1" style="text;html=1;whiteSpace=wrap;strokeColor=none;fillColor=none;align=center;verticalAlign=middle;rounded=0;" value="&lt;b&gt;VLAN40: 10.10.60.0/24&lt;/b&gt;" vertex="1">
          <mxGeometry height="30" width="191" x="4624" y="1180.5" as="geometry" />
        </mxCell>
        <mxCell id="sZ-5xv9_SRq4fJ0hxT3P-22" parent="1" style="rounded=1;whiteSpace=wrap;html=1;fillColor=none;dashed=1;direction=south;" value="" vertex="1">
          <mxGeometry height="289.5" width="554" x="5113" y="1195" as="geometry" />
        </mxCell>
        <mxCell id="sZ-5xv9_SRq4fJ0hxT3P-23" parent="1" style="rounded=1;whiteSpace=wrap;html=1;fillColor=#cdeb8b;strokeColor=#36393d;shadow=1;" value="" vertex="1">
          <mxGeometry height="60" width="120" x="5228" y="1162.5" as="geometry" />
        </mxCell>
        <mxCell id="sZ-5xv9_SRq4fJ0hxT3P-24" parent="1" style="rounded=1;whiteSpace=wrap;html=1;strokeWidth=2;" value="" vertex="1">
          <mxGeometry height="182" width="456" x="5164" y="1244.5" as="geometry" />
        </mxCell>
        <mxCell id="sZ-5xv9_SRq4fJ0hxT3P-25" parent="1" style="rounded=1;whiteSpace=wrap;html=1;fillColor=#dae8fc;strokeColor=#6c8ebf;" value="" vertex="1">
          <mxGeometry height="90" width="190" x="5201" y="1275" as="geometry" />
        </mxCell>
        <mxCell id="sZ-5xv9_SRq4fJ0hxT3P-26" parent="1" style="text;html=1;whiteSpace=wrap;strokeColor=none;fillColor=none;align=center;verticalAlign=middle;rounded=0;" value="&lt;div&gt;&lt;span style=&quot;font-size: 14px;&quot;&gt;Prometheus&lt;/span&gt;&lt;/div&gt;&lt;div&gt;&lt;span style=&quot;font-size: 14px;&quot;&gt;Grafana&lt;/span&gt;&lt;/div&gt;" vertex="1">
          <mxGeometry height="30" width="140" x="5231" y="1305" as="geometry" />
        </mxCell>
        <mxCell id="sZ-5xv9_SRq4fJ0hxT3P-31" parent="1" style="text;html=1;whiteSpace=wrap;strokeColor=none;fillColor=none;align=center;verticalAlign=middle;rounded=0;strokeWidth=1;fontStyle=1" value="Prometheus&lt;div&gt;Grafana&lt;/div&gt;" vertex="1">
          <mxGeometry height="30" width="60" x="5261" y="1177.5" as="geometry" />
        </mxCell>
        <mxCell id="sZ-5xv9_SRq4fJ0hxT3P-32" parent="1" style="text;html=1;whiteSpace=wrap;strokeColor=none;fillColor=none;align=left;verticalAlign=middle;rounded=0;" value="&lt;font style=&quot;font-size: 13px;&quot;&gt;vmbr0:&amp;nbsp; 192.168.70.80&lt;/font&gt;&lt;div&gt;&lt;div&gt;&lt;font style=&quot;font-size: 13px;&quot;&gt;vmbr7: 10.10.70.80&lt;/font&gt;&lt;/div&gt;&lt;/div&gt;" vertex="1">
          <mxGeometry height="30" width="144" x="5439" y="1302" as="geometry" />
        </mxCell>
        <mxCell id="sZ-5xv9_SRq4fJ0hxT3P-35" parent="1" style="rounded=1;whiteSpace=wrap;html=1;fillColor=#cdeb8b;strokeColor=#36393d;shadow=1;" value="" vertex="1">
          <mxGeometry height="60" width="166" x="5381.5" y="1162.5" as="geometry" />
        </mxCell>
        <mxCell id="sZ-5xv9_SRq4fJ0hxT3P-36" parent="1" style="text;html=1;whiteSpace=wrap;strokeColor=none;fillColor=none;align=center;verticalAlign=middle;rounded=0;" value="&lt;b&gt;VLAN40: 10.10.70.0/24&lt;/b&gt;" vertex="1">
          <mxGeometry height="30" width="199" x="5369.5" y="1180" as="geometry" />
        </mxCell>
        <mxCell id="sZ-5xv9_SRq4fJ0hxT3P-37" parent="1" style="strokeColor=#ffffff;sketch=0;html=1;pointerEvents=1;dashed=0;fillColor=#036897;strokeWidth=2;verticalLabelPosition=bottom;verticalAlign=top;align=center;outlineConnect=0;shape=mxgraph.cisco.security.router_firewall;" value="" vertex="1">
          <mxGeometry height="62" width="78" x="4119" y="897.5" as="geometry" />
        </mxCell>
        <mxCell id="sZ-5xv9_SRq4fJ0hxT3P-38" edge="1" parent="1" source="sZ-5xv9_SRq4fJ0hxT3P-15" style="endArrow=classic;startArrow=classic;html=1;rounded=0;exitX=0.503;exitY=0;exitDx=0;exitDy=0;exitPerimeter=0;" target="sZ-5xv9_SRq4fJ0hxT3P-37" value="">
          <mxGeometry height="50" relative="1" width="50" as="geometry">
            <mxPoint x="3058" y="1085" as="sourcePoint" />
            <mxPoint x="3709" y="918" as="targetPoint" />
          </mxGeometry>
        </mxCell>
        <mxCell id="sZ-5xv9_SRq4fJ0hxT3P-40" edge="1" parent="1" source="sZ-5xv9_SRq4fJ0hxT3P-37" style="endArrow=classic;startArrow=classic;html=1;rounded=0;entryX=0.487;entryY=0.011;entryDx=0;entryDy=0;entryPerimeter=0;" target="sZ-5xv9_SRq4fJ0hxT3P-16" value="">
          <mxGeometry height="50" relative="1" width="50" as="geometry">
            <mxPoint x="3559" y="1304" as="sourcePoint" />
            <mxPoint x="3609" y="1254" as="targetPoint" />
          </mxGeometry>
        </mxCell>
        <mxCell id="sZ-5xv9_SRq4fJ0hxT3P-41" edge="1" parent="1" source="sZ-5xv9_SRq4fJ0hxT3P-19" style="endArrow=classic;startArrow=classic;html=1;rounded=0;" value="">
          <mxGeometry height="50" relative="1" width="50" as="geometry">
            <mxPoint x="4966" y="1167" as="sourcePoint" />
            <mxPoint x="4172" y="963" as="targetPoint" />
          </mxGeometry>
        </mxCell>
        <mxCell id="sZ-5xv9_SRq4fJ0hxT3P-42" edge="1" parent="1" source="sZ-5xv9_SRq4fJ0hxT3P-35" style="endArrow=classic;startArrow=classic;html=1;rounded=0;exitX=0.514;exitY=-0.031;exitDx=0;exitDy=0;exitPerimeter=0;" target="sZ-5xv9_SRq4fJ0hxT3P-37" value="">
          <mxGeometry height="50" relative="1" width="50" as="geometry">
            <mxPoint x="4800" y="1070" as="sourcePoint" />
            <mxPoint x="4206" y="889" as="targetPoint" />
          </mxGeometry>
        </mxCell>
        <mxCell id="94FACw2HSjL-Ihtq5xYt-1" parent="1" style="rounded=1;whiteSpace=wrap;html=1;fillColor=none;dashed=1;direction=south;" value="" vertex="1">
          <mxGeometry height="521" width="554" x="3849.5" y="1800.5" as="geometry" />
        </mxCell>
        <mxCell id="94FACw2HSjL-Ihtq5xYt-2" parent="1" style="rounded=1;whiteSpace=wrap;html=1;fillColor=#cdeb8b;strokeColor=#36393d;shadow=1;" value="" vertex="1">
          <mxGeometry height="60" width="120" x="3964.5" y="1768" as="geometry" />
        </mxCell>
        <mxCell id="94FACw2HSjL-Ihtq5xYt-3" parent="1" style="rounded=1;whiteSpace=wrap;html=1;strokeWidth=2;" value="" vertex="1">
          <mxGeometry height="425" width="456" x="3900.5" y="1850" as="geometry" />
        </mxCell>
        <mxCell id="94FACw2HSjL-Ihtq5xYt-4" parent="1" style="rounded=1;whiteSpace=wrap;html=1;fillColor=#dae8fc;strokeColor=#6c8ebf;" value="" vertex="1">
          <mxGeometry height="90" width="190" x="3937.5" y="1880.5" as="geometry" />
        </mxCell>
        <mxCell id="94FACw2HSjL-Ihtq5xYt-5" parent="1" style="text;html=1;whiteSpace=wrap;strokeColor=none;fillColor=none;align=center;verticalAlign=middle;rounded=0;" value="&lt;div&gt;&lt;div&gt;&lt;span style=&quot;font-size: 14px;&quot;&gt;Ceph1&lt;/span&gt;&lt;/div&gt;&lt;/div&gt;&lt;div&gt;&lt;span style=&quot;font-size: 14px;&quot;&gt;Mon, OSD&lt;/span&gt;&lt;/div&gt;" vertex="1">
          <mxGeometry height="30" width="140" x="3967.5" y="1910.5" as="geometry" />
        </mxCell>
        <mxCell id="94FACw2HSjL-Ihtq5xYt-6" parent="1" style="rounded=1;whiteSpace=wrap;html=1;fillColor=#dae8fc;strokeColor=#6c8ebf;" value="" vertex="1">
          <mxGeometry height="90" width="190" x="3934.5" y="2013.5" as="geometry" />
        </mxCell>
        <mxCell id="94FACw2HSjL-Ihtq5xYt-7" parent="1" style="text;html=1;whiteSpace=wrap;strokeColor=none;fillColor=none;align=center;verticalAlign=middle;rounded=0;" value="&lt;span style=&quot;font-size: 14px;&quot;&gt;Ceph2,&lt;/span&gt;&lt;div&gt;&lt;span style=&quot;font-size: 14px;&quot;&gt;Mon, OSD&lt;/span&gt;&lt;span style=&quot;font-size: 14px;&quot;&gt;&lt;/span&gt;&lt;/div&gt;" vertex="1">
          <mxGeometry height="30" width="140" x="3964.5" y="2043.5" as="geometry" />
        </mxCell>
        <mxCell id="94FACw2HSjL-Ihtq5xYt-8" parent="1" style="rounded=1;whiteSpace=wrap;html=1;fillColor=#dae8fc;strokeColor=#6c8ebf;" value="" vertex="1">
          <mxGeometry height="90" width="190" x="3939.5" y="2151.5" as="geometry" />
        </mxCell>
        <mxCell id="94FACw2HSjL-Ihtq5xYt-9" parent="1" style="text;html=1;whiteSpace=wrap;strokeColor=none;fillColor=none;align=center;verticalAlign=middle;rounded=0;" value="&lt;span style=&quot;font-size: 14px;&quot;&gt;Ceph3,&lt;/span&gt;&lt;div&gt;&lt;span style=&quot;font-size: 14px;&quot;&gt;Mon, OSD&lt;/span&gt;&lt;span style=&quot;font-size: 14px;&quot;&gt;&lt;/span&gt;&lt;/div&gt;" vertex="1">
          <mxGeometry height="30" width="140" x="3969.5" y="2181.5" as="geometry" />
        </mxCell>
        <mxCell id="94FACw2HSjL-Ihtq5xYt-10" parent="1" style="text;html=1;whiteSpace=wrap;strokeColor=none;fillColor=none;align=center;verticalAlign=middle;rounded=0;strokeWidth=1;fontStyle=1" value="Ceph" vertex="1">
          <mxGeometry height="30" width="60" x="3997.5" y="1783" as="geometry" />
        </mxCell>
        <mxCell id="94FACw2HSjL-Ihtq5xYt-11" parent="1" style="text;html=1;whiteSpace=wrap;strokeColor=none;fillColor=none;align=left;verticalAlign=middle;rounded=0;" value="&lt;font style=&quot;font-size: 13px;&quot;&gt;vmbr0:&amp;nbsp; 192.168.70.91&lt;/font&gt;&lt;div&gt;&lt;div&gt;&lt;font style=&quot;font-size: 13px;&quot;&gt;vmbr8: 10.10.80.91&lt;/font&gt;&lt;/div&gt;&lt;/div&gt;&lt;div&gt;&lt;font style=&quot;font-size: 13px;&quot;&gt;vmbr9: 10.10.90.91&lt;/font&gt;&lt;/div&gt;" vertex="1">
          <mxGeometry height="42" width="143" x="4175.5" y="1889" as="geometry" />
        </mxCell>
        <mxCell id="94FACw2HSjL-Ihtq5xYt-12" parent="1" style="text;html=1;whiteSpace=wrap;strokeColor=none;fillColor=none;align=left;verticalAlign=middle;rounded=0;" value="&lt;font style=&quot;font-size: 13px;&quot;&gt;vmbr0:&amp;nbsp; 192.168.70.92&lt;/font&gt;&lt;div&gt;&lt;div&gt;&lt;font style=&quot;font-size: 13px;&quot;&gt;vmbr8: 10.10.80.92&amp;nbsp; &amp;nbsp; &amp;nbsp; &lt;/font&gt;&lt;span style=&quot;font-size: 13px; background-color: transparent; color: light-dark(rgb(0, 0, 0), rgb(255, 255, 255));&quot;&gt;vmbr9: 10.10.90.92&lt;/span&gt;&lt;/div&gt;&lt;/div&gt;" vertex="1">
          <mxGeometry height="38" width="162" x="4177" y="2026" as="geometry" />
        </mxCell>
        <mxCell id="94FACw2HSjL-Ihtq5xYt-13" parent="1" style="text;html=1;whiteSpace=wrap;strokeColor=none;fillColor=none;align=left;verticalAlign=middle;rounded=0;" value="&lt;font style=&quot;font-size: 13px;&quot;&gt;vmbr0:&amp;nbsp; 192.168.70.93&lt;/font&gt;&lt;div&gt;&lt;div&gt;&lt;font style=&quot;font-size: 13px;&quot;&gt;vmbr8: 10.10.80.93&amp;nbsp; &amp;nbsp; &amp;nbsp; &amp;nbsp; &lt;/font&gt;&lt;span style=&quot;font-size: 13px; background-color: transparent; color: light-dark(rgb(0, 0, 0), rgb(255, 255, 255));&quot;&gt;vmbr9: 10.10.90.93&lt;/span&gt;&lt;/div&gt;&lt;/div&gt;" vertex="1">
          <mxGeometry height="42" width="144" x="4174" y="2167" as="geometry" />
        </mxCell>
        <mxCell id="94FACw2HSjL-Ihtq5xYt-14" parent="1" style="rounded=1;whiteSpace=wrap;html=1;fillColor=#cdeb8b;strokeColor=#36393d;" value="" vertex="1">
          <mxGeometry height="60" width="166" x="4118" y="1768" as="geometry" />
        </mxCell>
        <mxCell id="94FACw2HSjL-Ihtq5xYt-15" parent="1" style="text;html=1;whiteSpace=wrap;strokeColor=none;fillColor=none;align=center;verticalAlign=middle;rounded=0;shadow=1;" value="&lt;b&gt;VLAN40: 10.10.80.0/24&lt;/b&gt;" vertex="1">
          <mxGeometry height="30" width="199" x="4106" y="1785.5" as="geometry" />
        </mxCell>
        <mxCell id="94FACw2HSjL-Ihtq5xYt-16" edge="1" parent="1" source="94FACw2HSjL-Ihtq5xYt-14" style="endArrow=classic;startArrow=classic;html=1;rounded=0;exitX=0.521;exitY=-0.008;exitDx=0;exitDy=0;exitPerimeter=0;" value="">
          <mxGeometry height="50" relative="1" width="50" as="geometry">
            <mxPoint x="4526.5" y="1640" as="sourcePoint" />
            <mxPoint x="4146" y="966" as="targetPoint" />
          </mxGeometry>
        </mxCell>
        <mxCell id="XUXITdFGZRM87zLOtkCF-1" parent="1" style="text;html=1;whiteSpace=wrap;strokeColor=none;fillColor=none;align=center;verticalAlign=middle;rounded=0;" value="[Mon]&amp;nbsp;" vertex="1">
          <mxGeometry height="30" width="254.5" x="1659" y="1036.5" as="geometry" />
        </mxCell>
        <mxCell id="XUXITdFGZRM87zLOtkCF-2" parent="1" style="text;html=1;whiteSpace=wrap;strokeColor=none;fillColor=none;align=center;verticalAlign=middle;rounded=0;" value="[Mgr]&amp;nbsp;" vertex="1">
          <mxGeometry height="30" width="254.5" x="1801" y="1036.5" as="geometry" />
        </mxCell>
+         <mxCell id="cSqstdIaJ17AQuKLSdTi-1" parent="1" style="text;html=1;whiteSpace=wrap;strokeColor=none;fillColor=none;align=left;verticalAlign=middle;rounded=0;" value="&lt;font style=&quot;font-size: 13px;&quot;&gt;vmbr0:&amp;nbsp; 192.168.70.101&lt;/font&gt;" vertex="1">
+           <mxGeometry height="30" width="144" x="3941" y="885" as="geometry" />
+         </mxCell>
      </root>
    </mxGraphModel>
  </diagram>
</mxfile>
